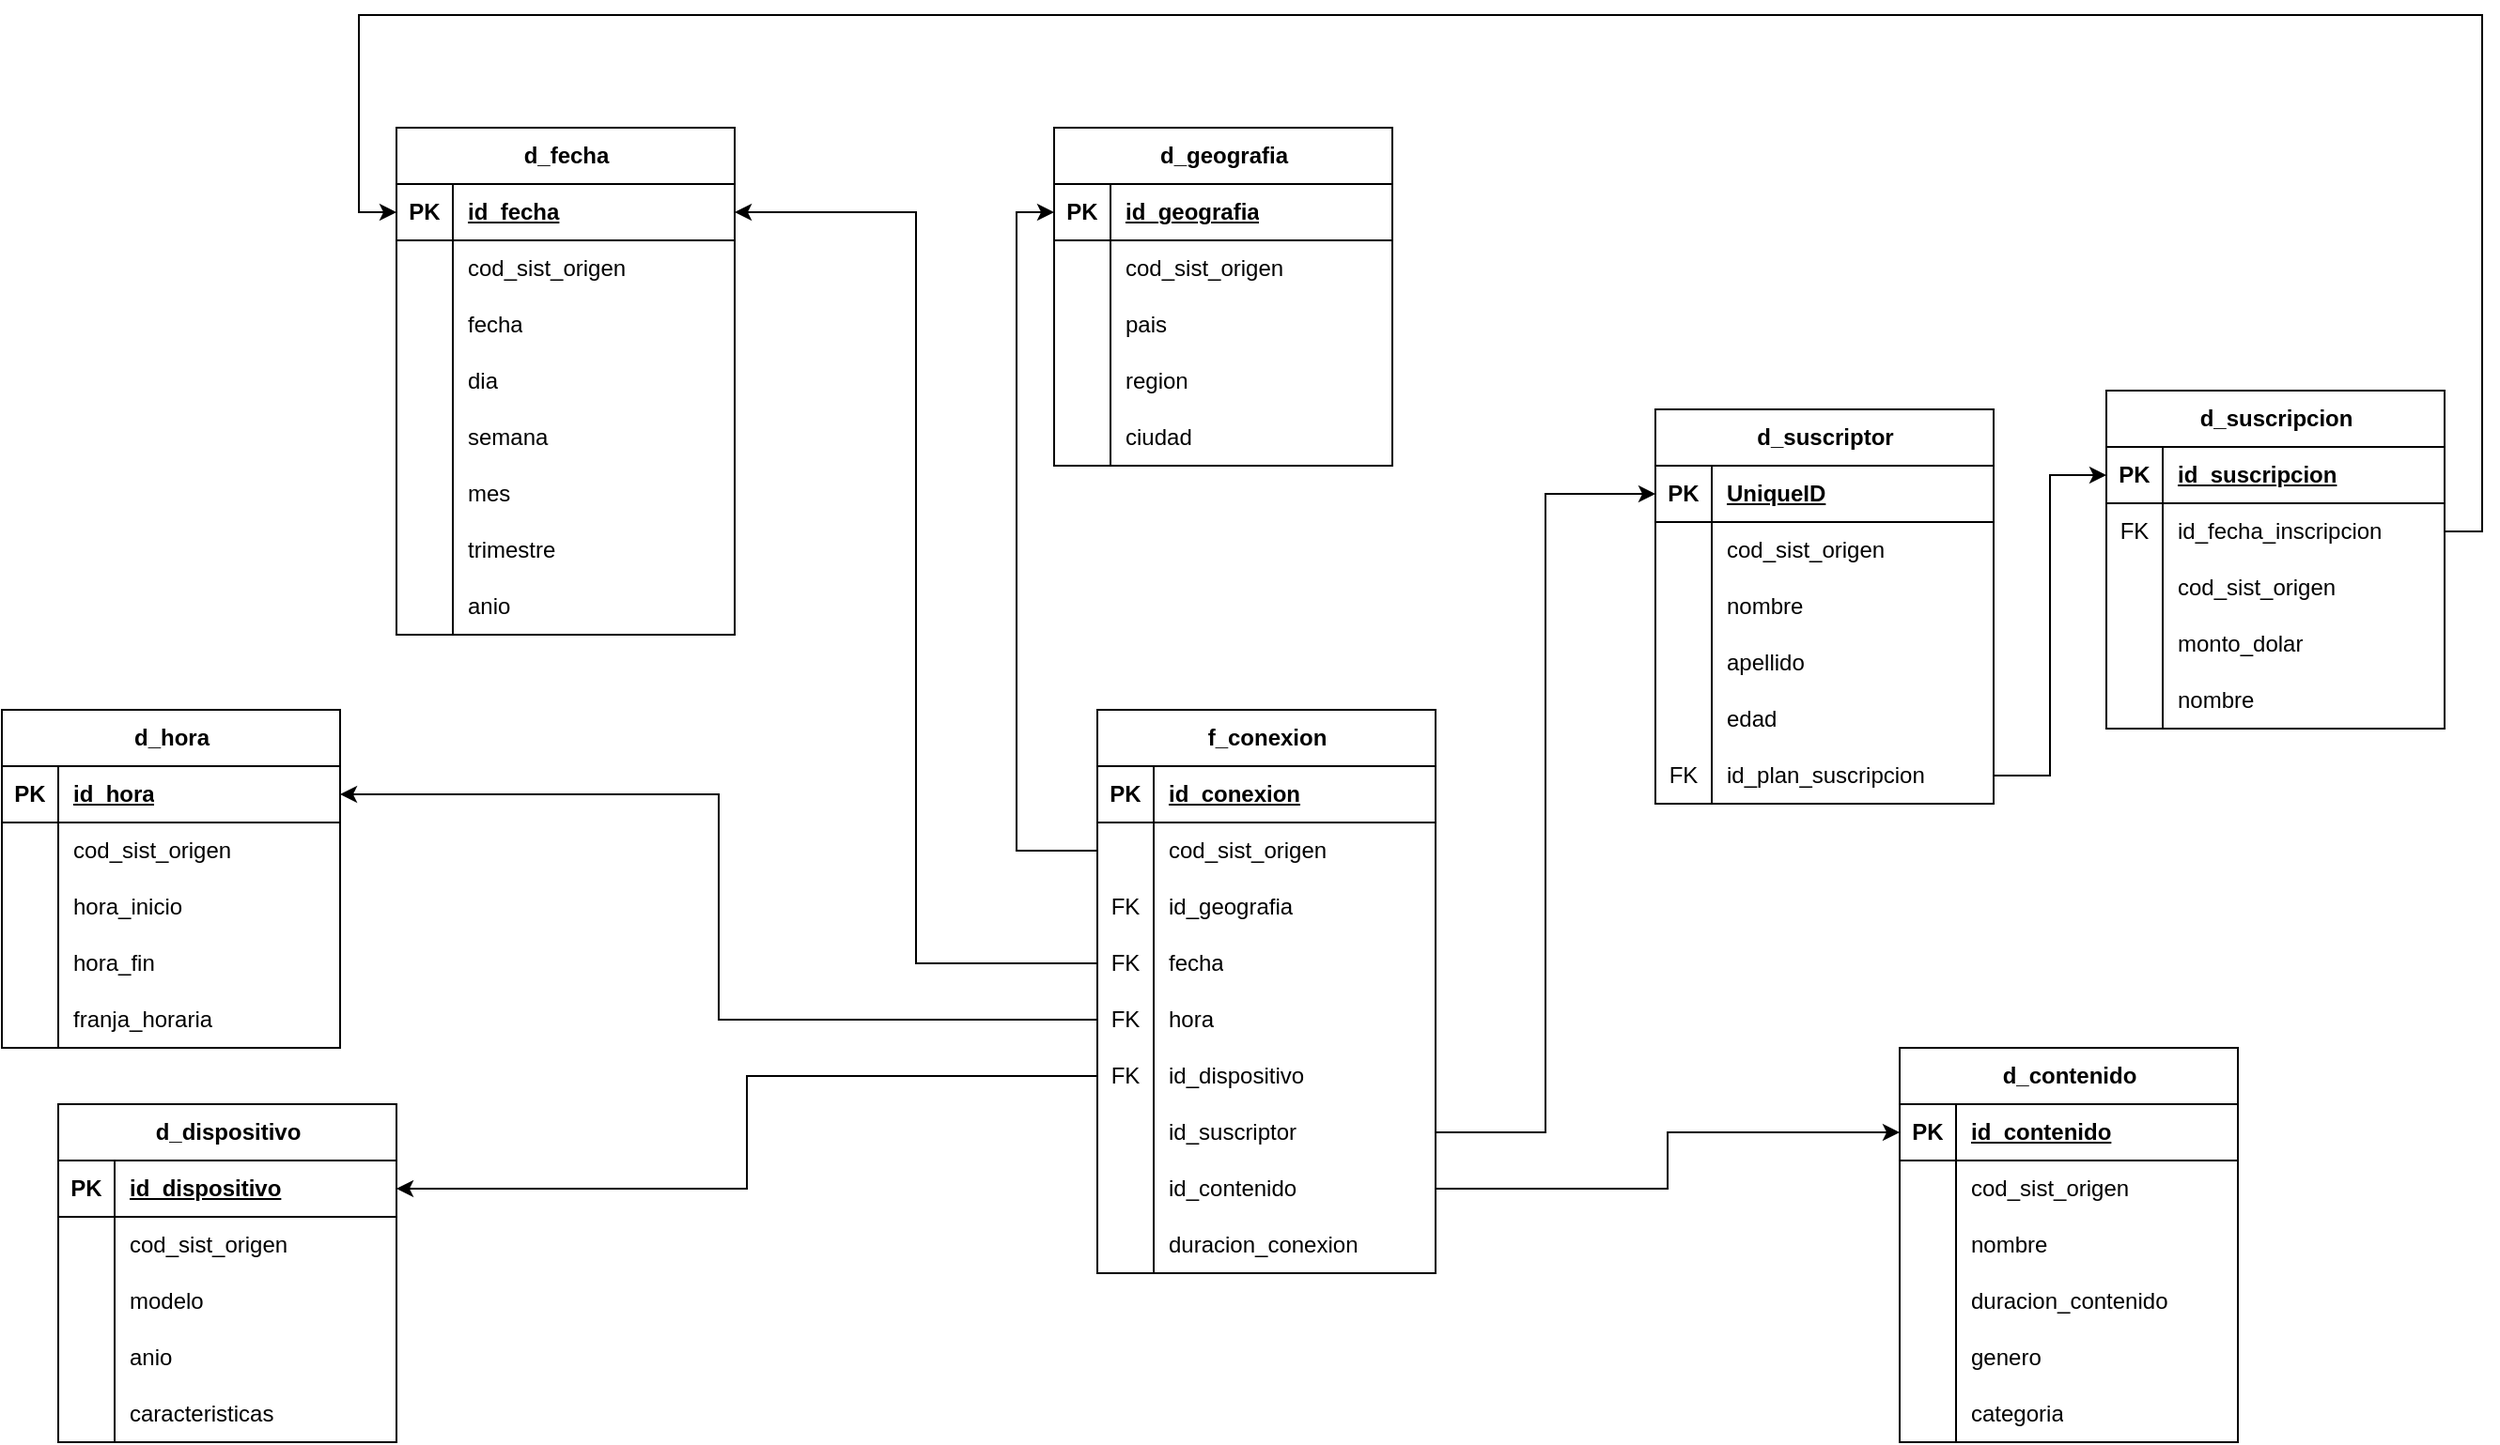
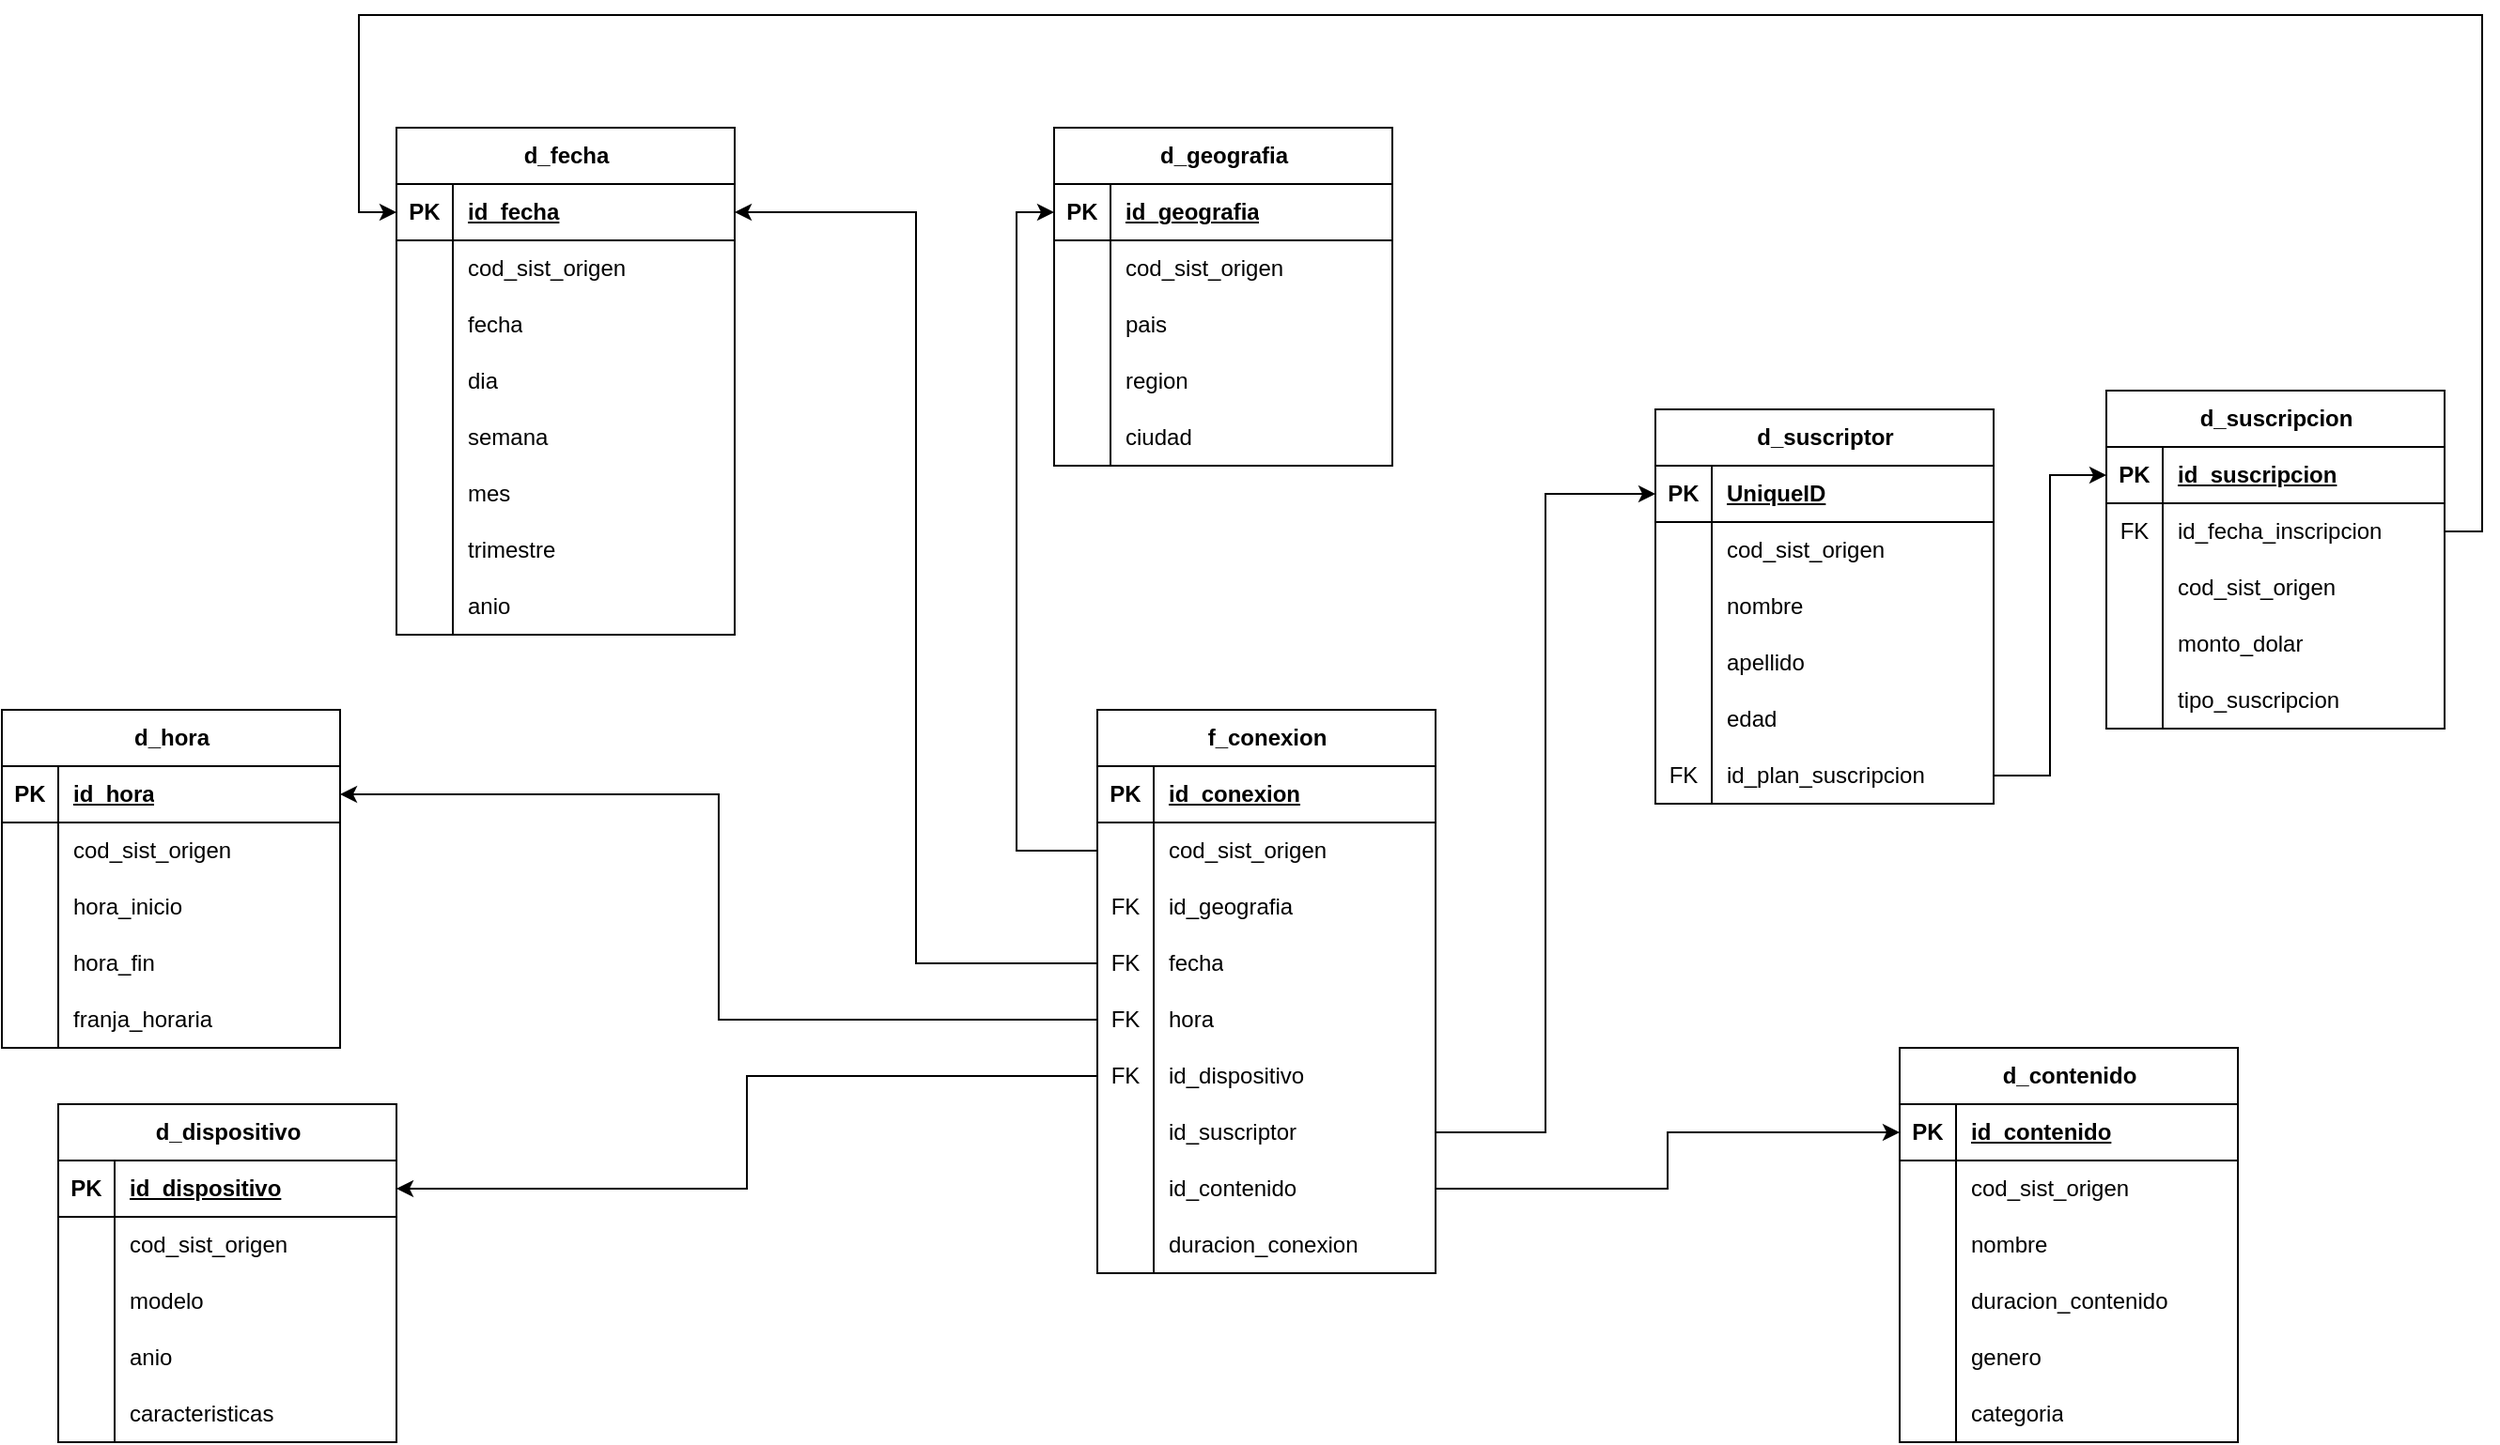
<mxfile host="app.diagrams.net">
  <diagram name="Página-1" id="CJSrgQ3mgTWEq4AmTGNy">
    <mxGraphModel dx="2311" dy="1884" grid="1" gridSize="10" guides="1" tooltips="1" connect="1" arrows="1" fold="1" page="1" pageScale="1" pageWidth="827" pageHeight="1169" math="0" shadow="0">
      <root>
        <mxCell id="0" />
        <mxCell id="1" parent="0" />
        <mxCell id="_npB_olXc3t6ZuDcXEgX-1" parent="1" style="shape=table;startSize=30;container=1;collapsible=1;childLayout=tableLayout;fixedRows=1;rowLines=0;fontStyle=1;align=center;resizeLast=1;html=1;" value="d_geografia" vertex="1">
          <mxGeometry height="180" width="180" x="390" y="-280" as="geometry" />
        </mxCell>
        <mxCell id="_npB_olXc3t6ZuDcXEgX-2" parent="_npB_olXc3t6ZuDcXEgX-1" style="shape=tableRow;horizontal=0;startSize=0;swimlaneHead=0;swimlaneBody=0;fillColor=none;collapsible=0;dropTarget=0;points=[[0,0.5],[1,0.5]];portConstraint=eastwest;top=0;left=0;right=0;bottom=1;" value="" vertex="1">
          <mxGeometry height="30" width="180" y="30" as="geometry" />
        </mxCell>
        <mxCell id="_npB_olXc3t6ZuDcXEgX-3" parent="_npB_olXc3t6ZuDcXEgX-2" style="shape=partialRectangle;connectable=0;fillColor=none;top=0;left=0;bottom=0;right=0;fontStyle=1;overflow=hidden;whiteSpace=wrap;html=1;" value="PK" vertex="1">
          <mxGeometry height="30" width="30" as="geometry">
            <mxRectangle height="30" width="30" as="alternateBounds" />
          </mxGeometry>
        </mxCell>
        <mxCell id="_npB_olXc3t6ZuDcXEgX-4" parent="_npB_olXc3t6ZuDcXEgX-2" style="shape=partialRectangle;connectable=0;fillColor=none;top=0;left=0;bottom=0;right=0;align=left;spacingLeft=6;fontStyle=5;overflow=hidden;whiteSpace=wrap;html=1;" value="id_geografia" vertex="1">
          <mxGeometry height="30" width="150" x="30" as="geometry">
            <mxRectangle height="30" width="150" as="alternateBounds" />
          </mxGeometry>
        </mxCell>
        <mxCell id="_npB_olXc3t6ZuDcXEgX-5" parent="_npB_olXc3t6ZuDcXEgX-1" style="shape=tableRow;horizontal=0;startSize=0;swimlaneHead=0;swimlaneBody=0;fillColor=none;collapsible=0;dropTarget=0;points=[[0,0.5],[1,0.5]];portConstraint=eastwest;top=0;left=0;right=0;bottom=0;" value="" vertex="1">
          <mxGeometry height="30" width="180" y="60" as="geometry" />
        </mxCell>
        <mxCell id="_npB_olXc3t6ZuDcXEgX-6" parent="_npB_olXc3t6ZuDcXEgX-5" style="shape=partialRectangle;connectable=0;fillColor=none;top=0;left=0;bottom=0;right=0;editable=1;overflow=hidden;whiteSpace=wrap;html=1;" value="" vertex="1">
          <mxGeometry height="30" width="30" as="geometry">
            <mxRectangle height="30" width="30" as="alternateBounds" />
          </mxGeometry>
        </mxCell>
        <mxCell id="_npB_olXc3t6ZuDcXEgX-7" parent="_npB_olXc3t6ZuDcXEgX-5" style="shape=partialRectangle;connectable=0;fillColor=none;top=0;left=0;bottom=0;right=0;align=left;spacingLeft=6;overflow=hidden;whiteSpace=wrap;html=1;" value="cod_sist_origen" vertex="1">
          <mxGeometry height="30" width="150" x="30" as="geometry">
            <mxRectangle height="30" width="150" as="alternateBounds" />
          </mxGeometry>
        </mxCell>
        <mxCell id="cPr3DCjvWUAbPxRIG4sF-52" parent="_npB_olXc3t6ZuDcXEgX-1" style="shape=tableRow;horizontal=0;startSize=0;swimlaneHead=0;swimlaneBody=0;fillColor=none;collapsible=0;dropTarget=0;points=[[0,0.5],[1,0.5]];portConstraint=eastwest;top=0;left=0;right=0;bottom=0;" value="" vertex="1">
          <mxGeometry height="30" width="180" y="90" as="geometry" />
        </mxCell>
        <mxCell id="cPr3DCjvWUAbPxRIG4sF-53" parent="cPr3DCjvWUAbPxRIG4sF-52" style="shape=partialRectangle;connectable=0;fillColor=none;top=0;left=0;bottom=0;right=0;editable=1;overflow=hidden;whiteSpace=wrap;html=1;" value="" vertex="1">
          <mxGeometry height="30" width="30" as="geometry">
            <mxRectangle height="30" width="30" as="alternateBounds" />
          </mxGeometry>
        </mxCell>
        <mxCell id="cPr3DCjvWUAbPxRIG4sF-54" parent="cPr3DCjvWUAbPxRIG4sF-52" style="shape=partialRectangle;connectable=0;fillColor=none;top=0;left=0;bottom=0;right=0;align=left;spacingLeft=6;overflow=hidden;whiteSpace=wrap;html=1;" value="pais" vertex="1">
          <mxGeometry height="30" width="150" x="30" as="geometry">
            <mxRectangle height="30" width="150" as="alternateBounds" />
          </mxGeometry>
        </mxCell>
        <mxCell id="_npB_olXc3t6ZuDcXEgX-8" parent="_npB_olXc3t6ZuDcXEgX-1" style="shape=tableRow;horizontal=0;startSize=0;swimlaneHead=0;swimlaneBody=0;fillColor=none;collapsible=0;dropTarget=0;points=[[0,0.5],[1,0.5]];portConstraint=eastwest;top=0;left=0;right=0;bottom=0;" value="" vertex="1">
          <mxGeometry height="30" width="180" y="120" as="geometry" />
        </mxCell>
        <mxCell id="_npB_olXc3t6ZuDcXEgX-9" parent="_npB_olXc3t6ZuDcXEgX-8" style="shape=partialRectangle;connectable=0;fillColor=none;top=0;left=0;bottom=0;right=0;editable=1;overflow=hidden;whiteSpace=wrap;html=1;" value="" vertex="1">
          <mxGeometry height="30" width="30" as="geometry">
            <mxRectangle height="30" width="30" as="alternateBounds" />
          </mxGeometry>
        </mxCell>
        <mxCell id="_npB_olXc3t6ZuDcXEgX-10" parent="_npB_olXc3t6ZuDcXEgX-8" style="shape=partialRectangle;connectable=0;fillColor=none;top=0;left=0;bottom=0;right=0;align=left;spacingLeft=6;overflow=hidden;whiteSpace=wrap;html=1;" value="region" vertex="1">
          <mxGeometry height="30" width="150" x="30" as="geometry">
            <mxRectangle height="30" width="150" as="alternateBounds" />
          </mxGeometry>
        </mxCell>
        <mxCell id="_npB_olXc3t6ZuDcXEgX-11" parent="_npB_olXc3t6ZuDcXEgX-1" style="shape=tableRow;horizontal=0;startSize=0;swimlaneHead=0;swimlaneBody=0;fillColor=none;collapsible=0;dropTarget=0;points=[[0,0.5],[1,0.5]];portConstraint=eastwest;top=0;left=0;right=0;bottom=0;" value="" vertex="1">
          <mxGeometry height="30" width="180" y="150" as="geometry" />
        </mxCell>
        <mxCell id="_npB_olXc3t6ZuDcXEgX-12" parent="_npB_olXc3t6ZuDcXEgX-11" style="shape=partialRectangle;connectable=0;fillColor=none;top=0;left=0;bottom=0;right=0;editable=1;overflow=hidden;whiteSpace=wrap;html=1;" value="" vertex="1">
          <mxGeometry height="30" width="30" as="geometry">
            <mxRectangle height="30" width="30" as="alternateBounds" />
          </mxGeometry>
        </mxCell>
        <mxCell id="_npB_olXc3t6ZuDcXEgX-13" parent="_npB_olXc3t6ZuDcXEgX-11" style="shape=partialRectangle;connectable=0;fillColor=none;top=0;left=0;bottom=0;right=0;align=left;spacingLeft=6;overflow=hidden;whiteSpace=wrap;html=1;" value="ciudad" vertex="1">
          <mxGeometry height="30" width="150" x="30" as="geometry">
            <mxRectangle height="30" width="150" as="alternateBounds" />
          </mxGeometry>
        </mxCell>
        <mxCell id="_npB_olXc3t6ZuDcXEgX-40" parent="1" style="shape=table;startSize=30;container=1;collapsible=1;childLayout=tableLayout;fixedRows=1;rowLines=0;fontStyle=1;align=center;resizeLast=1;html=1;" value="f_conexion" vertex="1">
          <mxGeometry height="300" width="180" x="413" y="30" as="geometry" />
        </mxCell>
        <mxCell id="_npB_olXc3t6ZuDcXEgX-41" parent="_npB_olXc3t6ZuDcXEgX-40" style="shape=tableRow;horizontal=0;startSize=0;swimlaneHead=0;swimlaneBody=0;fillColor=none;collapsible=0;dropTarget=0;points=[[0,0.5],[1,0.5]];portConstraint=eastwest;top=0;left=0;right=0;bottom=1;" value="" vertex="1">
          <mxGeometry height="30" width="180" y="30" as="geometry" />
        </mxCell>
        <mxCell id="_npB_olXc3t6ZuDcXEgX-42" parent="_npB_olXc3t6ZuDcXEgX-41" style="shape=partialRectangle;connectable=0;fillColor=none;top=0;left=0;bottom=0;right=0;fontStyle=1;overflow=hidden;whiteSpace=wrap;html=1;" value="PK" vertex="1">
          <mxGeometry height="30" width="30" as="geometry">
            <mxRectangle height="30" width="30" as="alternateBounds" />
          </mxGeometry>
        </mxCell>
        <mxCell id="_npB_olXc3t6ZuDcXEgX-43" parent="_npB_olXc3t6ZuDcXEgX-41" style="shape=partialRectangle;connectable=0;fillColor=none;top=0;left=0;bottom=0;right=0;align=left;spacingLeft=6;fontStyle=5;overflow=hidden;whiteSpace=wrap;html=1;" value="id_conexion" vertex="1">
          <mxGeometry height="30" width="150" x="30" as="geometry">
            <mxRectangle height="30" width="150" as="alternateBounds" />
          </mxGeometry>
        </mxCell>
        <mxCell id="_npB_olXc3t6ZuDcXEgX-44" parent="_npB_olXc3t6ZuDcXEgX-40" style="shape=tableRow;horizontal=0;startSize=0;swimlaneHead=0;swimlaneBody=0;fillColor=none;collapsible=0;dropTarget=0;points=[[0,0.5],[1,0.5]];portConstraint=eastwest;top=0;left=0;right=0;bottom=0;" value="" vertex="1">
          <mxGeometry height="30" width="180" y="60" as="geometry" />
        </mxCell>
        <mxCell id="_npB_olXc3t6ZuDcXEgX-45" parent="_npB_olXc3t6ZuDcXEgX-44" style="shape=partialRectangle;connectable=0;fillColor=none;top=0;left=0;bottom=0;right=0;editable=1;overflow=hidden;whiteSpace=wrap;html=1;" value="" vertex="1">
          <mxGeometry height="30" width="30" as="geometry">
            <mxRectangle height="30" width="30" as="alternateBounds" />
          </mxGeometry>
        </mxCell>
        <mxCell id="_npB_olXc3t6ZuDcXEgX-46" parent="_npB_olXc3t6ZuDcXEgX-44" style="shape=partialRectangle;connectable=0;fillColor=none;top=0;left=0;bottom=0;right=0;align=left;spacingLeft=6;overflow=hidden;whiteSpace=wrap;html=1;" value="cod_sist_origen" vertex="1">
          <mxGeometry height="30" width="150" x="30" as="geometry">
            <mxRectangle height="30" width="150" as="alternateBounds" />
          </mxGeometry>
        </mxCell>
        <mxCell id="cPr3DCjvWUAbPxRIG4sF-43" parent="_npB_olXc3t6ZuDcXEgX-40" style="shape=tableRow;horizontal=0;startSize=0;swimlaneHead=0;swimlaneBody=0;fillColor=none;collapsible=0;dropTarget=0;points=[[0,0.5],[1,0.5]];portConstraint=eastwest;top=0;left=0;right=0;bottom=0;" value="" vertex="1">
          <mxGeometry height="30" width="180" y="90" as="geometry" />
        </mxCell>
        <mxCell id="cPr3DCjvWUAbPxRIG4sF-44" parent="cPr3DCjvWUAbPxRIG4sF-43" style="shape=partialRectangle;connectable=0;fillColor=none;top=0;left=0;bottom=0;right=0;editable=1;overflow=hidden;whiteSpace=wrap;html=1;" value="FK" vertex="1">
          <mxGeometry height="30" width="30" as="geometry">
            <mxRectangle height="30" width="30" as="alternateBounds" />
          </mxGeometry>
        </mxCell>
        <mxCell id="cPr3DCjvWUAbPxRIG4sF-45" parent="cPr3DCjvWUAbPxRIG4sF-43" style="shape=partialRectangle;connectable=0;fillColor=none;top=0;left=0;bottom=0;right=0;align=left;spacingLeft=6;overflow=hidden;whiteSpace=wrap;html=1;" value="id_geografia" vertex="1">
          <mxGeometry height="30" width="150" x="30" as="geometry">
            <mxRectangle height="30" width="150" as="alternateBounds" />
          </mxGeometry>
        </mxCell>
        <mxCell id="cPr3DCjvWUAbPxRIG4sF-4" parent="_npB_olXc3t6ZuDcXEgX-40" style="shape=tableRow;horizontal=0;startSize=0;swimlaneHead=0;swimlaneBody=0;fillColor=none;collapsible=0;dropTarget=0;points=[[0,0.5],[1,0.5]];portConstraint=eastwest;top=0;left=0;right=0;bottom=0;" value="" vertex="1">
          <mxGeometry height="30" width="180" y="120" as="geometry" />
        </mxCell>
        <mxCell id="cPr3DCjvWUAbPxRIG4sF-5" parent="cPr3DCjvWUAbPxRIG4sF-4" style="shape=partialRectangle;connectable=0;fillColor=none;top=0;left=0;bottom=0;right=0;editable=1;overflow=hidden;whiteSpace=wrap;html=1;" value="FK" vertex="1">
          <mxGeometry height="30" width="30" as="geometry">
            <mxRectangle height="30" width="30" as="alternateBounds" />
          </mxGeometry>
        </mxCell>
        <mxCell id="cPr3DCjvWUAbPxRIG4sF-6" parent="cPr3DCjvWUAbPxRIG4sF-4" style="shape=partialRectangle;connectable=0;fillColor=none;top=0;left=0;bottom=0;right=0;align=left;spacingLeft=6;overflow=hidden;whiteSpace=wrap;html=1;" value="fecha" vertex="1">
          <mxGeometry height="30" width="150" x="30" as="geometry">
            <mxRectangle height="30" width="150" as="alternateBounds" />
          </mxGeometry>
        </mxCell>
        <mxCell id="_npB_olXc3t6ZuDcXEgX-47" parent="_npB_olXc3t6ZuDcXEgX-40" style="shape=tableRow;horizontal=0;startSize=0;swimlaneHead=0;swimlaneBody=0;fillColor=none;collapsible=0;dropTarget=0;points=[[0,0.5],[1,0.5]];portConstraint=eastwest;top=0;left=0;right=0;bottom=0;" value="" vertex="1">
          <mxGeometry height="30" width="180" y="150" as="geometry" />
        </mxCell>
        <mxCell id="_npB_olXc3t6ZuDcXEgX-48" parent="_npB_olXc3t6ZuDcXEgX-47" style="shape=partialRectangle;connectable=0;fillColor=none;top=0;left=0;bottom=0;right=0;editable=1;overflow=hidden;whiteSpace=wrap;html=1;" value="FK" vertex="1">
          <mxGeometry height="30" width="30" as="geometry">
            <mxRectangle height="30" width="30" as="alternateBounds" />
          </mxGeometry>
        </mxCell>
        <mxCell id="_npB_olXc3t6ZuDcXEgX-49" parent="_npB_olXc3t6ZuDcXEgX-47" style="shape=partialRectangle;connectable=0;fillColor=none;top=0;left=0;bottom=0;right=0;align=left;spacingLeft=6;overflow=hidden;whiteSpace=wrap;html=1;" value="hora" vertex="1">
          <mxGeometry height="30" width="150" x="30" as="geometry">
            <mxRectangle height="30" width="150" as="alternateBounds" />
          </mxGeometry>
        </mxCell>
        <mxCell id="-aOfcUVNLtPOQzGA6vKT-48" parent="_npB_olXc3t6ZuDcXEgX-40" style="shape=tableRow;horizontal=0;startSize=0;swimlaneHead=0;swimlaneBody=0;fillColor=none;collapsible=0;dropTarget=0;points=[[0,0.5],[1,0.5]];portConstraint=eastwest;top=0;left=0;right=0;bottom=0;" value="" vertex="1">
          <mxGeometry height="30" width="180" y="180" as="geometry" />
        </mxCell>
        <mxCell id="-aOfcUVNLtPOQzGA6vKT-49" parent="-aOfcUVNLtPOQzGA6vKT-48" style="shape=partialRectangle;connectable=0;fillColor=none;top=0;left=0;bottom=0;right=0;editable=1;overflow=hidden;whiteSpace=wrap;html=1;" value="FK" vertex="1">
          <mxGeometry height="30" width="30" as="geometry">
            <mxRectangle height="30" width="30" as="alternateBounds" />
          </mxGeometry>
        </mxCell>
        <mxCell id="-aOfcUVNLtPOQzGA6vKT-50" parent="-aOfcUVNLtPOQzGA6vKT-48" style="shape=partialRectangle;connectable=0;fillColor=none;top=0;left=0;bottom=0;right=0;align=left;spacingLeft=6;overflow=hidden;whiteSpace=wrap;html=1;" value="id_dispositivo" vertex="1">
          <mxGeometry height="30" width="150" x="30" as="geometry">
            <mxRectangle height="30" width="150" as="alternateBounds" />
          </mxGeometry>
        </mxCell>
        <mxCell id="-aOfcUVNLtPOQzGA6vKT-31" parent="_npB_olXc3t6ZuDcXEgX-40" style="shape=tableRow;horizontal=0;startSize=0;swimlaneHead=0;swimlaneBody=0;fillColor=none;collapsible=0;dropTarget=0;points=[[0,0.5],[1,0.5]];portConstraint=eastwest;top=0;left=0;right=0;bottom=0;" value="" vertex="1">
          <mxGeometry height="30" width="180" y="210" as="geometry" />
        </mxCell>
        <mxCell id="-aOfcUVNLtPOQzGA6vKT-32" parent="-aOfcUVNLtPOQzGA6vKT-31" style="shape=partialRectangle;connectable=0;fillColor=none;top=0;left=0;bottom=0;right=0;editable=1;overflow=hidden;whiteSpace=wrap;html=1;" value="" vertex="1">
          <mxGeometry height="30" width="30" as="geometry">
            <mxRectangle height="30" width="30" as="alternateBounds" />
          </mxGeometry>
        </mxCell>
        <mxCell id="-aOfcUVNLtPOQzGA6vKT-33" parent="-aOfcUVNLtPOQzGA6vKT-31" style="shape=partialRectangle;connectable=0;fillColor=none;top=0;left=0;bottom=0;right=0;align=left;spacingLeft=6;overflow=hidden;whiteSpace=wrap;html=1;" value="id_suscriptor" vertex="1">
          <mxGeometry height="30" width="150" x="30" as="geometry">
            <mxRectangle height="30" width="150" as="alternateBounds" />
          </mxGeometry>
        </mxCell>
        <mxCell id="cPr3DCjvWUAbPxRIG4sF-8" parent="_npB_olXc3t6ZuDcXEgX-40" style="shape=tableRow;horizontal=0;startSize=0;swimlaneHead=0;swimlaneBody=0;fillColor=none;collapsible=0;dropTarget=0;points=[[0,0.5],[1,0.5]];portConstraint=eastwest;top=0;left=0;right=0;bottom=0;" value="" vertex="1">
          <mxGeometry height="30" width="180" y="240" as="geometry" />
        </mxCell>
        <mxCell id="cPr3DCjvWUAbPxRIG4sF-9" parent="cPr3DCjvWUAbPxRIG4sF-8" style="shape=partialRectangle;connectable=0;fillColor=none;top=0;left=0;bottom=0;right=0;editable=1;overflow=hidden;whiteSpace=wrap;html=1;" value="" vertex="1">
          <mxGeometry height="30" width="30" as="geometry">
            <mxRectangle height="30" width="30" as="alternateBounds" />
          </mxGeometry>
        </mxCell>
        <mxCell id="cPr3DCjvWUAbPxRIG4sF-10" parent="cPr3DCjvWUAbPxRIG4sF-8" style="shape=partialRectangle;connectable=0;fillColor=none;top=0;left=0;bottom=0;right=0;align=left;spacingLeft=6;overflow=hidden;whiteSpace=wrap;html=1;" value="id_contenido" vertex="1">
          <mxGeometry height="30" width="150" x="30" as="geometry">
            <mxRectangle height="30" width="150" as="alternateBounds" />
          </mxGeometry>
        </mxCell>
        <mxCell id="cPr3DCjvWUAbPxRIG4sF-30" parent="_npB_olXc3t6ZuDcXEgX-40" style="shape=tableRow;horizontal=0;startSize=0;swimlaneHead=0;swimlaneBody=0;fillColor=none;collapsible=0;dropTarget=0;points=[[0,0.5],[1,0.5]];portConstraint=eastwest;top=0;left=0;right=0;bottom=0;" value="" vertex="1">
          <mxGeometry height="30" width="180" y="270" as="geometry" />
        </mxCell>
        <mxCell id="cPr3DCjvWUAbPxRIG4sF-31" parent="cPr3DCjvWUAbPxRIG4sF-30" style="shape=partialRectangle;connectable=0;fillColor=none;top=0;left=0;bottom=0;right=0;editable=1;overflow=hidden;whiteSpace=wrap;html=1;" value="" vertex="1">
          <mxGeometry height="30" width="30" as="geometry">
            <mxRectangle height="30" width="30" as="alternateBounds" />
          </mxGeometry>
        </mxCell>
        <mxCell id="cPr3DCjvWUAbPxRIG4sF-32" parent="cPr3DCjvWUAbPxRIG4sF-30" style="shape=partialRectangle;connectable=0;fillColor=none;top=0;left=0;bottom=0;right=0;align=left;spacingLeft=6;overflow=hidden;whiteSpace=wrap;html=1;" value="duracion_conexion" vertex="1">
          <mxGeometry height="30" width="150" x="30" as="geometry">
            <mxRectangle height="30" width="150" as="alternateBounds" />
          </mxGeometry>
        </mxCell>
        <mxCell id="_npB_olXc3t6ZuDcXEgX-53" parent="1" style="shape=table;startSize=30;container=1;collapsible=1;childLayout=tableLayout;fixedRows=1;rowLines=0;fontStyle=1;align=center;resizeLast=1;html=1;" value="d_suscriptor" vertex="1">
          <mxGeometry height="210" width="180" x="710" y="-130" as="geometry" />
        </mxCell>
        <mxCell id="_npB_olXc3t6ZuDcXEgX-54" parent="_npB_olXc3t6ZuDcXEgX-53" style="shape=tableRow;horizontal=0;startSize=0;swimlaneHead=0;swimlaneBody=0;fillColor=none;collapsible=0;dropTarget=0;points=[[0,0.5],[1,0.5]];portConstraint=eastwest;top=0;left=0;right=0;bottom=1;" value="" vertex="1">
          <mxGeometry height="30" width="180" y="30" as="geometry" />
        </mxCell>
        <mxCell id="_npB_olXc3t6ZuDcXEgX-55" parent="_npB_olXc3t6ZuDcXEgX-54" style="shape=partialRectangle;connectable=0;fillColor=none;top=0;left=0;bottom=0;right=0;fontStyle=1;overflow=hidden;whiteSpace=wrap;html=1;" value="PK" vertex="1">
          <mxGeometry height="30" width="30" as="geometry">
            <mxRectangle height="30" width="30" as="alternateBounds" />
          </mxGeometry>
        </mxCell>
        <mxCell id="_npB_olXc3t6ZuDcXEgX-56" parent="_npB_olXc3t6ZuDcXEgX-54" style="shape=partialRectangle;connectable=0;fillColor=none;top=0;left=0;bottom=0;right=0;align=left;spacingLeft=6;fontStyle=5;overflow=hidden;whiteSpace=wrap;html=1;" value="UniqueID" vertex="1">
          <mxGeometry height="30" width="150" x="30" as="geometry">
            <mxRectangle height="30" width="150" as="alternateBounds" />
          </mxGeometry>
        </mxCell>
        <mxCell id="_npB_olXc3t6ZuDcXEgX-57" parent="_npB_olXc3t6ZuDcXEgX-53" style="shape=tableRow;horizontal=0;startSize=0;swimlaneHead=0;swimlaneBody=0;fillColor=none;collapsible=0;dropTarget=0;points=[[0,0.5],[1,0.5]];portConstraint=eastwest;top=0;left=0;right=0;bottom=0;" value="" vertex="1">
          <mxGeometry height="30" width="180" y="60" as="geometry" />
        </mxCell>
        <mxCell id="_npB_olXc3t6ZuDcXEgX-58" parent="_npB_olXc3t6ZuDcXEgX-57" style="shape=partialRectangle;connectable=0;fillColor=none;top=0;left=0;bottom=0;right=0;editable=1;overflow=hidden;whiteSpace=wrap;html=1;" value="" vertex="1">
          <mxGeometry height="30" width="30" as="geometry">
            <mxRectangle height="30" width="30" as="alternateBounds" />
          </mxGeometry>
        </mxCell>
        <mxCell id="_npB_olXc3t6ZuDcXEgX-59" parent="_npB_olXc3t6ZuDcXEgX-57" style="shape=partialRectangle;connectable=0;fillColor=none;top=0;left=0;bottom=0;right=0;align=left;spacingLeft=6;overflow=hidden;whiteSpace=wrap;html=1;" value="cod_sist_origen" vertex="1">
          <mxGeometry height="30" width="150" x="30" as="geometry">
            <mxRectangle height="30" width="150" as="alternateBounds" />
          </mxGeometry>
        </mxCell>
        <mxCell id="cPr3DCjvWUAbPxRIG4sF-46" parent="_npB_olXc3t6ZuDcXEgX-53" style="shape=tableRow;horizontal=0;startSize=0;swimlaneHead=0;swimlaneBody=0;fillColor=none;collapsible=0;dropTarget=0;points=[[0,0.5],[1,0.5]];portConstraint=eastwest;top=0;left=0;right=0;bottom=0;" value="" vertex="1">
          <mxGeometry height="30" width="180" y="90" as="geometry" />
        </mxCell>
        <mxCell id="cPr3DCjvWUAbPxRIG4sF-47" parent="cPr3DCjvWUAbPxRIG4sF-46" style="shape=partialRectangle;connectable=0;fillColor=none;top=0;left=0;bottom=0;right=0;editable=1;overflow=hidden;whiteSpace=wrap;html=1;" value="" vertex="1">
          <mxGeometry height="30" width="30" as="geometry">
            <mxRectangle height="30" width="30" as="alternateBounds" />
          </mxGeometry>
        </mxCell>
        <mxCell id="cPr3DCjvWUAbPxRIG4sF-48" parent="cPr3DCjvWUAbPxRIG4sF-46" style="shape=partialRectangle;connectable=0;fillColor=none;top=0;left=0;bottom=0;right=0;align=left;spacingLeft=6;overflow=hidden;whiteSpace=wrap;html=1;" value="nombre" vertex="1">
          <mxGeometry height="30" width="150" x="30" as="geometry">
            <mxRectangle height="30" width="150" as="alternateBounds" />
          </mxGeometry>
        </mxCell>
        <mxCell id="_npB_olXc3t6ZuDcXEgX-60" parent="_npB_olXc3t6ZuDcXEgX-53" style="shape=tableRow;horizontal=0;startSize=0;swimlaneHead=0;swimlaneBody=0;fillColor=none;collapsible=0;dropTarget=0;points=[[0,0.5],[1,0.5]];portConstraint=eastwest;top=0;left=0;right=0;bottom=0;" value="" vertex="1">
          <mxGeometry height="30" width="180" y="120" as="geometry" />
        </mxCell>
        <mxCell id="_npB_olXc3t6ZuDcXEgX-61" parent="_npB_olXc3t6ZuDcXEgX-60" style="shape=partialRectangle;connectable=0;fillColor=none;top=0;left=0;bottom=0;right=0;editable=1;overflow=hidden;whiteSpace=wrap;html=1;" value="" vertex="1">
          <mxGeometry height="30" width="30" as="geometry">
            <mxRectangle height="30" width="30" as="alternateBounds" />
          </mxGeometry>
        </mxCell>
        <mxCell id="_npB_olXc3t6ZuDcXEgX-62" parent="_npB_olXc3t6ZuDcXEgX-60" style="shape=partialRectangle;connectable=0;fillColor=none;top=0;left=0;bottom=0;right=0;align=left;spacingLeft=6;overflow=hidden;whiteSpace=wrap;html=1;" value="apellido" vertex="1">
          <mxGeometry height="30" width="150" x="30" as="geometry">
            <mxRectangle height="30" width="150" as="alternateBounds" />
          </mxGeometry>
        </mxCell>
        <mxCell id="_npB_olXc3t6ZuDcXEgX-63" parent="_npB_olXc3t6ZuDcXEgX-53" style="shape=tableRow;horizontal=0;startSize=0;swimlaneHead=0;swimlaneBody=0;fillColor=none;collapsible=0;dropTarget=0;points=[[0,0.5],[1,0.5]];portConstraint=eastwest;top=0;left=0;right=0;bottom=0;" value="" vertex="1">
          <mxGeometry height="30" width="180" y="150" as="geometry" />
        </mxCell>
        <mxCell id="_npB_olXc3t6ZuDcXEgX-64" parent="_npB_olXc3t6ZuDcXEgX-63" style="shape=partialRectangle;connectable=0;fillColor=none;top=0;left=0;bottom=0;right=0;editable=1;overflow=hidden;whiteSpace=wrap;html=1;" value="" vertex="1">
          <mxGeometry height="30" width="30" as="geometry">
            <mxRectangle height="30" width="30" as="alternateBounds" />
          </mxGeometry>
        </mxCell>
        <mxCell id="_npB_olXc3t6ZuDcXEgX-65" parent="_npB_olXc3t6ZuDcXEgX-63" style="shape=partialRectangle;connectable=0;fillColor=none;top=0;left=0;bottom=0;right=0;align=left;spacingLeft=6;overflow=hidden;whiteSpace=wrap;html=1;" value="edad" vertex="1">
          <mxGeometry height="30" width="150" x="30" as="geometry">
            <mxRectangle height="30" width="150" as="alternateBounds" />
          </mxGeometry>
        </mxCell>
        <mxCell id="-aOfcUVNLtPOQzGA6vKT-22" parent="_npB_olXc3t6ZuDcXEgX-53" style="shape=tableRow;horizontal=0;startSize=0;swimlaneHead=0;swimlaneBody=0;fillColor=none;collapsible=0;dropTarget=0;points=[[0,0.5],[1,0.5]];portConstraint=eastwest;top=0;left=0;right=0;bottom=0;" value="" vertex="1">
          <mxGeometry height="30" width="180" y="180" as="geometry" />
        </mxCell>
        <mxCell id="-aOfcUVNLtPOQzGA6vKT-23" parent="-aOfcUVNLtPOQzGA6vKT-22" style="shape=partialRectangle;connectable=0;fillColor=none;top=0;left=0;bottom=0;right=0;editable=1;overflow=hidden;whiteSpace=wrap;html=1;" value="FK" vertex="1">
          <mxGeometry height="30" width="30" as="geometry">
            <mxRectangle height="30" width="30" as="alternateBounds" />
          </mxGeometry>
        </mxCell>
        <mxCell id="-aOfcUVNLtPOQzGA6vKT-24" parent="-aOfcUVNLtPOQzGA6vKT-22" style="shape=partialRectangle;connectable=0;fillColor=none;top=0;left=0;bottom=0;right=0;align=left;spacingLeft=6;overflow=hidden;whiteSpace=wrap;html=1;" value="id_plan_suscripcion" vertex="1">
          <mxGeometry height="30" width="150" x="30" as="geometry">
            <mxRectangle height="30" width="150" as="alternateBounds" />
          </mxGeometry>
        </mxCell>
        <mxCell id="_npB_olXc3t6ZuDcXEgX-66" parent="1" style="shape=table;startSize=30;container=1;collapsible=1;childLayout=tableLayout;fixedRows=1;rowLines=0;fontStyle=1;align=center;resizeLast=1;html=1;" value="d_dispositivo" vertex="1">
          <mxGeometry height="180" width="180" x="-140" y="240" as="geometry" />
        </mxCell>
        <mxCell id="_npB_olXc3t6ZuDcXEgX-67" parent="_npB_olXc3t6ZuDcXEgX-66" style="shape=tableRow;horizontal=0;startSize=0;swimlaneHead=0;swimlaneBody=0;fillColor=none;collapsible=0;dropTarget=0;points=[[0,0.5],[1,0.5]];portConstraint=eastwest;top=0;left=0;right=0;bottom=1;" value="" vertex="1">
          <mxGeometry height="30" width="180" y="30" as="geometry" />
        </mxCell>
        <mxCell id="_npB_olXc3t6ZuDcXEgX-68" parent="_npB_olXc3t6ZuDcXEgX-67" style="shape=partialRectangle;connectable=0;fillColor=none;top=0;left=0;bottom=0;right=0;fontStyle=1;overflow=hidden;whiteSpace=wrap;html=1;" value="PK" vertex="1">
          <mxGeometry height="30" width="30" as="geometry">
            <mxRectangle height="30" width="30" as="alternateBounds" />
          </mxGeometry>
        </mxCell>
        <mxCell id="_npB_olXc3t6ZuDcXEgX-69" parent="_npB_olXc3t6ZuDcXEgX-67" style="shape=partialRectangle;connectable=0;fillColor=none;top=0;left=0;bottom=0;right=0;align=left;spacingLeft=6;fontStyle=5;overflow=hidden;whiteSpace=wrap;html=1;" value="id_dispositivo" vertex="1">
          <mxGeometry height="30" width="150" x="30" as="geometry">
            <mxRectangle height="30" width="150" as="alternateBounds" />
          </mxGeometry>
        </mxCell>
        <mxCell id="_npB_olXc3t6ZuDcXEgX-70" parent="_npB_olXc3t6ZuDcXEgX-66" style="shape=tableRow;horizontal=0;startSize=0;swimlaneHead=0;swimlaneBody=0;fillColor=none;collapsible=0;dropTarget=0;points=[[0,0.5],[1,0.5]];portConstraint=eastwest;top=0;left=0;right=0;bottom=0;" value="" vertex="1">
          <mxGeometry height="30" width="180" y="60" as="geometry" />
        </mxCell>
        <mxCell id="_npB_olXc3t6ZuDcXEgX-71" parent="_npB_olXc3t6ZuDcXEgX-70" style="shape=partialRectangle;connectable=0;fillColor=none;top=0;left=0;bottom=0;right=0;editable=1;overflow=hidden;whiteSpace=wrap;html=1;" value="" vertex="1">
          <mxGeometry height="30" width="30" as="geometry">
            <mxRectangle height="30" width="30" as="alternateBounds" />
          </mxGeometry>
        </mxCell>
        <mxCell id="_npB_olXc3t6ZuDcXEgX-72" parent="_npB_olXc3t6ZuDcXEgX-70" style="shape=partialRectangle;connectable=0;fillColor=none;top=0;left=0;bottom=0;right=0;align=left;spacingLeft=6;overflow=hidden;whiteSpace=wrap;html=1;" value="cod_sist_origen" vertex="1">
          <mxGeometry height="30" width="150" x="30" as="geometry">
            <mxRectangle height="30" width="150" as="alternateBounds" />
          </mxGeometry>
        </mxCell>
        <mxCell id="cPr3DCjvWUAbPxRIG4sF-61" parent="_npB_olXc3t6ZuDcXEgX-66" style="shape=tableRow;horizontal=0;startSize=0;swimlaneHead=0;swimlaneBody=0;fillColor=none;collapsible=0;dropTarget=0;points=[[0,0.5],[1,0.5]];portConstraint=eastwest;top=0;left=0;right=0;bottom=0;" value="" vertex="1">
          <mxGeometry height="30" width="180" y="90" as="geometry" />
        </mxCell>
        <mxCell id="cPr3DCjvWUAbPxRIG4sF-62" parent="cPr3DCjvWUAbPxRIG4sF-61" style="shape=partialRectangle;connectable=0;fillColor=none;top=0;left=0;bottom=0;right=0;editable=1;overflow=hidden;whiteSpace=wrap;html=1;" value="" vertex="1">
          <mxGeometry height="30" width="30" as="geometry">
            <mxRectangle height="30" width="30" as="alternateBounds" />
          </mxGeometry>
        </mxCell>
        <mxCell id="cPr3DCjvWUAbPxRIG4sF-63" parent="cPr3DCjvWUAbPxRIG4sF-61" style="shape=partialRectangle;connectable=0;fillColor=none;top=0;left=0;bottom=0;right=0;align=left;spacingLeft=6;overflow=hidden;whiteSpace=wrap;html=1;" value="modelo" vertex="1">
          <mxGeometry height="30" width="150" x="30" as="geometry">
            <mxRectangle height="30" width="150" as="alternateBounds" />
          </mxGeometry>
        </mxCell>
        <mxCell id="_npB_olXc3t6ZuDcXEgX-73" parent="_npB_olXc3t6ZuDcXEgX-66" style="shape=tableRow;horizontal=0;startSize=0;swimlaneHead=0;swimlaneBody=0;fillColor=none;collapsible=0;dropTarget=0;points=[[0,0.5],[1,0.5]];portConstraint=eastwest;top=0;left=0;right=0;bottom=0;" value="" vertex="1">
          <mxGeometry height="30" width="180" y="120" as="geometry" />
        </mxCell>
        <mxCell id="_npB_olXc3t6ZuDcXEgX-74" parent="_npB_olXc3t6ZuDcXEgX-73" style="shape=partialRectangle;connectable=0;fillColor=none;top=0;left=0;bottom=0;right=0;editable=1;overflow=hidden;whiteSpace=wrap;html=1;" value="" vertex="1">
          <mxGeometry height="30" width="30" as="geometry">
            <mxRectangle height="30" width="30" as="alternateBounds" />
          </mxGeometry>
        </mxCell>
        <mxCell id="_npB_olXc3t6ZuDcXEgX-75" parent="_npB_olXc3t6ZuDcXEgX-73" style="shape=partialRectangle;connectable=0;fillColor=none;top=0;left=0;bottom=0;right=0;align=left;spacingLeft=6;overflow=hidden;whiteSpace=wrap;html=1;" value="anio" vertex="1">
          <mxGeometry height="30" width="150" x="30" as="geometry">
            <mxRectangle height="30" width="150" as="alternateBounds" />
          </mxGeometry>
        </mxCell>
        <mxCell id="_npB_olXc3t6ZuDcXEgX-76" parent="_npB_olXc3t6ZuDcXEgX-66" style="shape=tableRow;horizontal=0;startSize=0;swimlaneHead=0;swimlaneBody=0;fillColor=none;collapsible=0;dropTarget=0;points=[[0,0.5],[1,0.5]];portConstraint=eastwest;top=0;left=0;right=0;bottom=0;" value="" vertex="1">
          <mxGeometry height="30" width="180" y="150" as="geometry" />
        </mxCell>
        <mxCell id="_npB_olXc3t6ZuDcXEgX-77" parent="_npB_olXc3t6ZuDcXEgX-76" style="shape=partialRectangle;connectable=0;fillColor=none;top=0;left=0;bottom=0;right=0;editable=1;overflow=hidden;whiteSpace=wrap;html=1;" value="" vertex="1">
          <mxGeometry height="30" width="30" as="geometry">
            <mxRectangle height="30" width="30" as="alternateBounds" />
          </mxGeometry>
        </mxCell>
        <mxCell id="_npB_olXc3t6ZuDcXEgX-78" parent="_npB_olXc3t6ZuDcXEgX-76" style="shape=partialRectangle;connectable=0;fillColor=none;top=0;left=0;bottom=0;right=0;align=left;spacingLeft=6;overflow=hidden;whiteSpace=wrap;html=1;" value="caracteristicas" vertex="1">
          <mxGeometry height="30" width="150" x="30" as="geometry">
            <mxRectangle height="30" width="150" as="alternateBounds" />
          </mxGeometry>
        </mxCell>
        <mxCell id="_npB_olXc3t6ZuDcXEgX-79" parent="1" style="shape=table;startSize=30;container=1;collapsible=1;childLayout=tableLayout;fixedRows=1;rowLines=0;fontStyle=1;align=center;resizeLast=1;html=1;" value="d_contenido" vertex="1">
          <mxGeometry height="210" width="180" x="840" y="210" as="geometry" />
        </mxCell>
        <mxCell id="_npB_olXc3t6ZuDcXEgX-80" parent="_npB_olXc3t6ZuDcXEgX-79" style="shape=tableRow;horizontal=0;startSize=0;swimlaneHead=0;swimlaneBody=0;fillColor=none;collapsible=0;dropTarget=0;points=[[0,0.5],[1,0.5]];portConstraint=eastwest;top=0;left=0;right=0;bottom=1;" value="" vertex="1">
          <mxGeometry height="30" width="180" y="30" as="geometry" />
        </mxCell>
        <mxCell id="_npB_olXc3t6ZuDcXEgX-81" parent="_npB_olXc3t6ZuDcXEgX-80" style="shape=partialRectangle;connectable=0;fillColor=none;top=0;left=0;bottom=0;right=0;fontStyle=1;overflow=hidden;whiteSpace=wrap;html=1;" value="PK" vertex="1">
          <mxGeometry height="30" width="30" as="geometry">
            <mxRectangle height="30" width="30" as="alternateBounds" />
          </mxGeometry>
        </mxCell>
        <mxCell id="_npB_olXc3t6ZuDcXEgX-82" parent="_npB_olXc3t6ZuDcXEgX-80" style="shape=partialRectangle;connectable=0;fillColor=none;top=0;left=0;bottom=0;right=0;align=left;spacingLeft=6;fontStyle=5;overflow=hidden;whiteSpace=wrap;html=1;" value="id_contenido" vertex="1">
          <mxGeometry height="30" width="150" x="30" as="geometry">
            <mxRectangle height="30" width="150" as="alternateBounds" />
          </mxGeometry>
        </mxCell>
        <mxCell id="_npB_olXc3t6ZuDcXEgX-86" parent="_npB_olXc3t6ZuDcXEgX-79" style="shape=tableRow;horizontal=0;startSize=0;swimlaneHead=0;swimlaneBody=0;fillColor=none;collapsible=0;dropTarget=0;points=[[0,0.5],[1,0.5]];portConstraint=eastwest;top=0;left=0;right=0;bottom=0;" value="" vertex="1">
          <mxGeometry height="30" width="180" y="60" as="geometry" />
        </mxCell>
        <mxCell id="_npB_olXc3t6ZuDcXEgX-87" parent="_npB_olXc3t6ZuDcXEgX-86" style="shape=partialRectangle;connectable=0;fillColor=none;top=0;left=0;bottom=0;right=0;editable=1;overflow=hidden;whiteSpace=wrap;html=1;" value="" vertex="1">
          <mxGeometry height="30" width="30" as="geometry">
            <mxRectangle height="30" width="30" as="alternateBounds" />
          </mxGeometry>
        </mxCell>
        <mxCell id="_npB_olXc3t6ZuDcXEgX-88" parent="_npB_olXc3t6ZuDcXEgX-86" style="shape=partialRectangle;connectable=0;fillColor=none;top=0;left=0;bottom=0;right=0;align=left;spacingLeft=6;overflow=hidden;whiteSpace=wrap;html=1;" value="cod_sist_origen" vertex="1">
          <mxGeometry height="30" width="150" x="30" as="geometry">
            <mxRectangle height="30" width="150" as="alternateBounds" />
          </mxGeometry>
        </mxCell>
        <mxCell id="v2wwMel5NNtIVrjsRujD-1" parent="_npB_olXc3t6ZuDcXEgX-79" style="shape=tableRow;horizontal=0;startSize=0;swimlaneHead=0;swimlaneBody=0;fillColor=none;collapsible=0;dropTarget=0;points=[[0,0.5],[1,0.5]];portConstraint=eastwest;top=0;left=0;right=0;bottom=0;" value="" vertex="1">
          <mxGeometry height="30" width="180" y="90" as="geometry" />
        </mxCell>
        <mxCell id="v2wwMel5NNtIVrjsRujD-2" parent="v2wwMel5NNtIVrjsRujD-1" style="shape=partialRectangle;connectable=0;fillColor=none;top=0;left=0;bottom=0;right=0;editable=1;overflow=hidden;whiteSpace=wrap;html=1;" value="" vertex="1">
          <mxGeometry height="30" width="30" as="geometry">
            <mxRectangle height="30" width="30" as="alternateBounds" />
          </mxGeometry>
        </mxCell>
        <mxCell id="v2wwMel5NNtIVrjsRujD-3" parent="v2wwMel5NNtIVrjsRujD-1" style="shape=partialRectangle;connectable=0;fillColor=none;top=0;left=0;bottom=0;right=0;align=left;spacingLeft=6;overflow=hidden;whiteSpace=wrap;html=1;" value="nombre" vertex="1">
          <mxGeometry height="30" width="150" x="30" as="geometry">
            <mxRectangle height="30" width="150" as="alternateBounds" />
          </mxGeometry>
        </mxCell>
        <mxCell id="cPr3DCjvWUAbPxRIG4sF-49" parent="_npB_olXc3t6ZuDcXEgX-79" style="shape=tableRow;horizontal=0;startSize=0;swimlaneHead=0;swimlaneBody=0;fillColor=none;collapsible=0;dropTarget=0;points=[[0,0.5],[1,0.5]];portConstraint=eastwest;top=0;left=0;right=0;bottom=0;" value="" vertex="1">
          <mxGeometry height="30" width="180" y="120" as="geometry" />
        </mxCell>
        <mxCell id="cPr3DCjvWUAbPxRIG4sF-50" parent="cPr3DCjvWUAbPxRIG4sF-49" style="shape=partialRectangle;connectable=0;fillColor=none;top=0;left=0;bottom=0;right=0;editable=1;overflow=hidden;whiteSpace=wrap;html=1;" value="" vertex="1">
          <mxGeometry height="30" width="30" as="geometry">
            <mxRectangle height="30" width="30" as="alternateBounds" />
          </mxGeometry>
        </mxCell>
        <mxCell id="cPr3DCjvWUAbPxRIG4sF-51" parent="cPr3DCjvWUAbPxRIG4sF-49" style="shape=partialRectangle;connectable=0;fillColor=none;top=0;left=0;bottom=0;right=0;align=left;spacingLeft=6;overflow=hidden;whiteSpace=wrap;html=1;" value="duracion_contenido" vertex="1">
          <mxGeometry height="30" width="150" x="30" as="geometry">
            <mxRectangle height="30" width="150" as="alternateBounds" />
          </mxGeometry>
        </mxCell>
        <mxCell id="_npB_olXc3t6ZuDcXEgX-89" parent="_npB_olXc3t6ZuDcXEgX-79" style="shape=tableRow;horizontal=0;startSize=0;swimlaneHead=0;swimlaneBody=0;fillColor=none;collapsible=0;dropTarget=0;points=[[0,0.5],[1,0.5]];portConstraint=eastwest;top=0;left=0;right=0;bottom=0;" value="" vertex="1">
          <mxGeometry height="30" width="180" y="150" as="geometry" />
        </mxCell>
        <mxCell id="_npB_olXc3t6ZuDcXEgX-90" parent="_npB_olXc3t6ZuDcXEgX-89" style="shape=partialRectangle;connectable=0;fillColor=none;top=0;left=0;bottom=0;right=0;editable=1;overflow=hidden;whiteSpace=wrap;html=1;" value="" vertex="1">
          <mxGeometry height="30" width="30" as="geometry">
            <mxRectangle height="30" width="30" as="alternateBounds" />
          </mxGeometry>
        </mxCell>
        <mxCell id="_npB_olXc3t6ZuDcXEgX-91" parent="_npB_olXc3t6ZuDcXEgX-89" style="shape=partialRectangle;connectable=0;fillColor=none;top=0;left=0;bottom=0;right=0;align=left;spacingLeft=6;overflow=hidden;whiteSpace=wrap;html=1;" value="genero" vertex="1">
          <mxGeometry height="30" width="150" x="30" as="geometry">
            <mxRectangle height="30" width="150" as="alternateBounds" />
          </mxGeometry>
        </mxCell>
        <mxCell id="cPr3DCjvWUAbPxRIG4sF-12" parent="_npB_olXc3t6ZuDcXEgX-79" style="shape=tableRow;horizontal=0;startSize=0;swimlaneHead=0;swimlaneBody=0;fillColor=none;collapsible=0;dropTarget=0;points=[[0,0.5],[1,0.5]];portConstraint=eastwest;top=0;left=0;right=0;bottom=0;" value="" vertex="1">
          <mxGeometry height="30" width="180" y="180" as="geometry" />
        </mxCell>
        <mxCell id="cPr3DCjvWUAbPxRIG4sF-13" parent="cPr3DCjvWUAbPxRIG4sF-12" style="shape=partialRectangle;connectable=0;fillColor=none;top=0;left=0;bottom=0;right=0;editable=1;overflow=hidden;whiteSpace=wrap;html=1;" value="" vertex="1">
          <mxGeometry height="30" width="30" as="geometry">
            <mxRectangle height="30" width="30" as="alternateBounds" />
          </mxGeometry>
        </mxCell>
        <mxCell id="cPr3DCjvWUAbPxRIG4sF-14" parent="cPr3DCjvWUAbPxRIG4sF-12" style="shape=partialRectangle;connectable=0;fillColor=none;top=0;left=0;bottom=0;right=0;align=left;spacingLeft=6;overflow=hidden;whiteSpace=wrap;html=1;" value="categoria" vertex="1">
          <mxGeometry height="30" width="150" x="30" as="geometry">
            <mxRectangle height="30" width="150" as="alternateBounds" />
          </mxGeometry>
        </mxCell>
        <mxCell id="_npB_olXc3t6ZuDcXEgX-14" parent="1" style="shape=table;startSize=30;container=1;collapsible=1;childLayout=tableLayout;fixedRows=1;rowLines=0;fontStyle=1;align=center;resizeLast=1;html=1;" value="d_fecha" vertex="1">
          <mxGeometry height="270" width="180" x="40" y="-280" as="geometry" />
        </mxCell>
        <mxCell id="_npB_olXc3t6ZuDcXEgX-15" parent="_npB_olXc3t6ZuDcXEgX-14" style="shape=tableRow;horizontal=0;startSize=0;swimlaneHead=0;swimlaneBody=0;fillColor=none;collapsible=0;dropTarget=0;points=[[0,0.5],[1,0.5]];portConstraint=eastwest;top=0;left=0;right=0;bottom=1;" value="" vertex="1">
          <mxGeometry height="30" width="180" y="30" as="geometry" />
        </mxCell>
        <mxCell id="_npB_olXc3t6ZuDcXEgX-16" parent="_npB_olXc3t6ZuDcXEgX-15" style="shape=partialRectangle;connectable=0;fillColor=none;top=0;left=0;bottom=0;right=0;fontStyle=1;overflow=hidden;whiteSpace=wrap;html=1;" value="PK" vertex="1">
          <mxGeometry height="30" width="30" as="geometry">
            <mxRectangle height="30" width="30" as="alternateBounds" />
          </mxGeometry>
        </mxCell>
        <mxCell id="_npB_olXc3t6ZuDcXEgX-17" parent="_npB_olXc3t6ZuDcXEgX-15" style="shape=partialRectangle;connectable=0;fillColor=none;top=0;left=0;bottom=0;right=0;align=left;spacingLeft=6;fontStyle=5;overflow=hidden;whiteSpace=wrap;html=1;" value="id_fecha" vertex="1">
          <mxGeometry height="30" width="150" x="30" as="geometry">
            <mxRectangle height="30" width="150" as="alternateBounds" />
          </mxGeometry>
        </mxCell>
        <mxCell id="_npB_olXc3t6ZuDcXEgX-18" parent="_npB_olXc3t6ZuDcXEgX-14" style="shape=tableRow;horizontal=0;startSize=0;swimlaneHead=0;swimlaneBody=0;fillColor=none;collapsible=0;dropTarget=0;points=[[0,0.5],[1,0.5]];portConstraint=eastwest;top=0;left=0;right=0;bottom=0;" value="" vertex="1">
          <mxGeometry height="30" width="180" y="60" as="geometry" />
        </mxCell>
        <mxCell id="_npB_olXc3t6ZuDcXEgX-19" parent="_npB_olXc3t6ZuDcXEgX-18" style="shape=partialRectangle;connectable=0;fillColor=none;top=0;left=0;bottom=0;right=0;editable=1;overflow=hidden;whiteSpace=wrap;html=1;" value="" vertex="1">
          <mxGeometry height="30" width="30" as="geometry">
            <mxRectangle height="30" width="30" as="alternateBounds" />
          </mxGeometry>
        </mxCell>
        <mxCell id="_npB_olXc3t6ZuDcXEgX-20" parent="_npB_olXc3t6ZuDcXEgX-18" style="shape=partialRectangle;connectable=0;fillColor=none;top=0;left=0;bottom=0;right=0;align=left;spacingLeft=6;overflow=hidden;whiteSpace=wrap;html=1;" value="cod_sist_origen" vertex="1">
          <mxGeometry height="30" width="150" x="30" as="geometry">
            <mxRectangle height="30" width="150" as="alternateBounds" />
          </mxGeometry>
        </mxCell>
        <mxCell id="cPr3DCjvWUAbPxRIG4sF-55" parent="_npB_olXc3t6ZuDcXEgX-14" style="shape=tableRow;horizontal=0;startSize=0;swimlaneHead=0;swimlaneBody=0;fillColor=none;collapsible=0;dropTarget=0;points=[[0,0.5],[1,0.5]];portConstraint=eastwest;top=0;left=0;right=0;bottom=0;" value="" vertex="1">
          <mxGeometry height="30" width="180" y="90" as="geometry" />
        </mxCell>
        <mxCell id="cPr3DCjvWUAbPxRIG4sF-56" parent="cPr3DCjvWUAbPxRIG4sF-55" style="shape=partialRectangle;connectable=0;fillColor=none;top=0;left=0;bottom=0;right=0;editable=1;overflow=hidden;whiteSpace=wrap;html=1;" value="" vertex="1">
          <mxGeometry height="30" width="30" as="geometry">
            <mxRectangle height="30" width="30" as="alternateBounds" />
          </mxGeometry>
        </mxCell>
        <mxCell id="cPr3DCjvWUAbPxRIG4sF-57" parent="cPr3DCjvWUAbPxRIG4sF-55" style="shape=partialRectangle;connectable=0;fillColor=none;top=0;left=0;bottom=0;right=0;align=left;spacingLeft=6;overflow=hidden;whiteSpace=wrap;html=1;" value="fecha" vertex="1">
          <mxGeometry height="30" width="150" x="30" as="geometry">
            <mxRectangle height="30" width="150" as="alternateBounds" />
          </mxGeometry>
        </mxCell>
        <mxCell id="-aOfcUVNLtPOQzGA6vKT-13" parent="_npB_olXc3t6ZuDcXEgX-14" style="shape=tableRow;horizontal=0;startSize=0;swimlaneHead=0;swimlaneBody=0;fillColor=none;collapsible=0;dropTarget=0;points=[[0,0.5],[1,0.5]];portConstraint=eastwest;top=0;left=0;right=0;bottom=0;" value="" vertex="1">
          <mxGeometry height="30" width="180" y="120" as="geometry" />
        </mxCell>
        <mxCell id="-aOfcUVNLtPOQzGA6vKT-14" parent="-aOfcUVNLtPOQzGA6vKT-13" style="shape=partialRectangle;connectable=0;fillColor=none;top=0;left=0;bottom=0;right=0;editable=1;overflow=hidden;whiteSpace=wrap;html=1;" value="" vertex="1">
          <mxGeometry height="30" width="30" as="geometry">
            <mxRectangle height="30" width="30" as="alternateBounds" />
          </mxGeometry>
        </mxCell>
        <mxCell id="-aOfcUVNLtPOQzGA6vKT-15" parent="-aOfcUVNLtPOQzGA6vKT-13" style="shape=partialRectangle;connectable=0;fillColor=none;top=0;left=0;bottom=0;right=0;align=left;spacingLeft=6;overflow=hidden;whiteSpace=wrap;html=1;" value="dia" vertex="1">
          <mxGeometry height="30" width="150" x="30" as="geometry">
            <mxRectangle height="30" width="150" as="alternateBounds" />
          </mxGeometry>
        </mxCell>
        <mxCell id="_npB_olXc3t6ZuDcXEgX-21" parent="_npB_olXc3t6ZuDcXEgX-14" style="shape=tableRow;horizontal=0;startSize=0;swimlaneHead=0;swimlaneBody=0;fillColor=none;collapsible=0;dropTarget=0;points=[[0,0.5],[1,0.5]];portConstraint=eastwest;top=0;left=0;right=0;bottom=0;" value="" vertex="1">
          <mxGeometry height="30" width="180" y="150" as="geometry" />
        </mxCell>
        <mxCell id="_npB_olXc3t6ZuDcXEgX-22" parent="_npB_olXc3t6ZuDcXEgX-21" style="shape=partialRectangle;connectable=0;fillColor=none;top=0;left=0;bottom=0;right=0;editable=1;overflow=hidden;whiteSpace=wrap;html=1;" value="" vertex="1">
          <mxGeometry height="30" width="30" as="geometry">
            <mxRectangle height="30" width="30" as="alternateBounds" />
          </mxGeometry>
        </mxCell>
        <mxCell id="_npB_olXc3t6ZuDcXEgX-23" parent="_npB_olXc3t6ZuDcXEgX-21" style="shape=partialRectangle;connectable=0;fillColor=none;top=0;left=0;bottom=0;right=0;align=left;spacingLeft=6;overflow=hidden;whiteSpace=wrap;html=1;" value="semana" vertex="1">
          <mxGeometry height="30" width="150" x="30" as="geometry">
            <mxRectangle height="30" width="150" as="alternateBounds" />
          </mxGeometry>
        </mxCell>
        <mxCell id="-aOfcUVNLtPOQzGA6vKT-7" parent="_npB_olXc3t6ZuDcXEgX-14" style="shape=tableRow;horizontal=0;startSize=0;swimlaneHead=0;swimlaneBody=0;fillColor=none;collapsible=0;dropTarget=0;points=[[0,0.5],[1,0.5]];portConstraint=eastwest;top=0;left=0;right=0;bottom=0;" value="" vertex="1">
          <mxGeometry height="30" width="180" y="180" as="geometry" />
        </mxCell>
        <mxCell id="-aOfcUVNLtPOQzGA6vKT-8" parent="-aOfcUVNLtPOQzGA6vKT-7" style="shape=partialRectangle;connectable=0;fillColor=none;top=0;left=0;bottom=0;right=0;editable=1;overflow=hidden;whiteSpace=wrap;html=1;" value="&lt;span style=&quot;white-space: pre;&quot;&gt;&#x9;&lt;/span&gt;&lt;span style=&quot;white-space: pre;&quot;&gt;&#x9;&lt;/span&gt;" vertex="1">
          <mxGeometry height="30" width="30" as="geometry">
            <mxRectangle height="30" width="30" as="alternateBounds" />
          </mxGeometry>
        </mxCell>
        <mxCell id="-aOfcUVNLtPOQzGA6vKT-9" parent="-aOfcUVNLtPOQzGA6vKT-7" style="shape=partialRectangle;connectable=0;fillColor=none;top=0;left=0;bottom=0;right=0;align=left;spacingLeft=6;overflow=hidden;whiteSpace=wrap;html=1;" value="mes" vertex="1">
          <mxGeometry height="30" width="150" x="30" as="geometry">
            <mxRectangle height="30" width="150" as="alternateBounds" />
          </mxGeometry>
        </mxCell>
        <mxCell id="_npB_olXc3t6ZuDcXEgX-24" parent="_npB_olXc3t6ZuDcXEgX-14" style="shape=tableRow;horizontal=0;startSize=0;swimlaneHead=0;swimlaneBody=0;fillColor=none;collapsible=0;dropTarget=0;points=[[0,0.5],[1,0.5]];portConstraint=eastwest;top=0;left=0;right=0;bottom=0;" value="" vertex="1">
          <mxGeometry height="30" width="180" y="210" as="geometry" />
        </mxCell>
        <mxCell id="_npB_olXc3t6ZuDcXEgX-25" parent="_npB_olXc3t6ZuDcXEgX-24" style="shape=partialRectangle;connectable=0;fillColor=none;top=0;left=0;bottom=0;right=0;editable=1;overflow=hidden;whiteSpace=wrap;html=1;" value="" vertex="1">
          <mxGeometry height="30" width="30" as="geometry">
            <mxRectangle height="30" width="30" as="alternateBounds" />
          </mxGeometry>
        </mxCell>
        <mxCell id="_npB_olXc3t6ZuDcXEgX-26" parent="_npB_olXc3t6ZuDcXEgX-24" style="shape=partialRectangle;connectable=0;fillColor=none;top=0;left=0;bottom=0;right=0;align=left;spacingLeft=6;overflow=hidden;whiteSpace=wrap;html=1;" value="trimestre" vertex="1">
          <mxGeometry height="30" width="150" x="30" as="geometry">
            <mxRectangle height="30" width="150" as="alternateBounds" />
          </mxGeometry>
        </mxCell>
        <mxCell id="-aOfcUVNLtPOQzGA6vKT-10" parent="_npB_olXc3t6ZuDcXEgX-14" style="shape=tableRow;horizontal=0;startSize=0;swimlaneHead=0;swimlaneBody=0;fillColor=none;collapsible=0;dropTarget=0;points=[[0,0.5],[1,0.5]];portConstraint=eastwest;top=0;left=0;right=0;bottom=0;" value="" vertex="1">
          <mxGeometry height="30" width="180" y="240" as="geometry" />
        </mxCell>
        <mxCell id="-aOfcUVNLtPOQzGA6vKT-11" parent="-aOfcUVNLtPOQzGA6vKT-10" style="shape=partialRectangle;connectable=0;fillColor=none;top=0;left=0;bottom=0;right=0;editable=1;overflow=hidden;whiteSpace=wrap;html=1;" value="" vertex="1">
          <mxGeometry height="30" width="30" as="geometry">
            <mxRectangle height="30" width="30" as="alternateBounds" />
          </mxGeometry>
        </mxCell>
        <mxCell id="-aOfcUVNLtPOQzGA6vKT-12" parent="-aOfcUVNLtPOQzGA6vKT-10" style="shape=partialRectangle;connectable=0;fillColor=none;top=0;left=0;bottom=0;right=0;align=left;spacingLeft=6;overflow=hidden;whiteSpace=wrap;html=1;" value="anio" vertex="1">
          <mxGeometry height="30" width="150" x="30" as="geometry">
            <mxRectangle height="30" width="150" as="alternateBounds" />
          </mxGeometry>
        </mxCell>
        <mxCell id="-aOfcUVNLtPOQzGA6vKT-34" edge="1" parent="1" source="-aOfcUVNLtPOQzGA6vKT-31" style="edgeStyle=orthogonalEdgeStyle;rounded=0;orthogonalLoop=1;jettySize=auto;html=1;exitX=1;exitY=0.5;exitDx=0;exitDy=0;entryX=0;entryY=0.5;entryDx=0;entryDy=0;" target="_npB_olXc3t6ZuDcXEgX-54">
          <mxGeometry relative="1" as="geometry" />
        </mxCell>
        <mxCell id="cPr3DCjvWUAbPxRIG4sF-1" edge="1" parent="1" source="cPr3DCjvWUAbPxRIG4sF-4" style="edgeStyle=orthogonalEdgeStyle;rounded=0;orthogonalLoop=1;jettySize=auto;html=1;exitX=0;exitY=0.5;exitDx=0;exitDy=0;entryX=1;entryY=0.5;entryDx=0;entryDy=0;" target="_npB_olXc3t6ZuDcXEgX-15">
          <mxGeometry relative="1" as="geometry" />
        </mxCell>
        <mxCell id="cPr3DCjvWUAbPxRIG4sF-3" edge="1" parent="1" source="-aOfcUVNLtPOQzGA6vKT-48" style="edgeStyle=orthogonalEdgeStyle;rounded=0;orthogonalLoop=1;jettySize=auto;html=1;exitX=0;exitY=0.5;exitDx=0;exitDy=0;entryX=1;entryY=0.5;entryDx=0;entryDy=0;" target="_npB_olXc3t6ZuDcXEgX-67">
          <mxGeometry relative="1" as="geometry" />
        </mxCell>
        <mxCell id="cPr3DCjvWUAbPxRIG4sF-7" edge="1" parent="1" source="_npB_olXc3t6ZuDcXEgX-44" style="edgeStyle=orthogonalEdgeStyle;rounded=0;orthogonalLoop=1;jettySize=auto;html=1;exitX=0;exitY=0.5;exitDx=0;exitDy=0;entryX=0;entryY=0.5;entryDx=0;entryDy=0;" target="_npB_olXc3t6ZuDcXEgX-2">
          <mxGeometry relative="1" as="geometry" />
        </mxCell>
        <mxCell id="cPr3DCjvWUAbPxRIG4sF-15" edge="1" parent="1" source="cPr3DCjvWUAbPxRIG4sF-8" style="edgeStyle=orthogonalEdgeStyle;rounded=0;orthogonalLoop=1;jettySize=auto;html=1;exitX=1;exitY=0.5;exitDx=0;exitDy=0;entryX=0;entryY=0.5;entryDx=0;entryDy=0;" target="_npB_olXc3t6ZuDcXEgX-80">
          <mxGeometry relative="1" as="geometry" />
        </mxCell>
        <mxCell id="cPr3DCjvWUAbPxRIG4sF-16" parent="1" style="shape=table;startSize=30;container=1;collapsible=1;childLayout=tableLayout;fixedRows=1;rowLines=0;fontStyle=1;align=center;resizeLast=1;html=1;" value="d_hora" vertex="1">
          <mxGeometry height="180" width="180" x="-170" y="30" as="geometry" />
        </mxCell>
        <mxCell id="cPr3DCjvWUAbPxRIG4sF-17" parent="cPr3DCjvWUAbPxRIG4sF-16" style="shape=tableRow;horizontal=0;startSize=0;swimlaneHead=0;swimlaneBody=0;fillColor=none;collapsible=0;dropTarget=0;points=[[0,0.5],[1,0.5]];portConstraint=eastwest;top=0;left=0;right=0;bottom=1;" value="" vertex="1">
          <mxGeometry height="30" width="180" y="30" as="geometry" />
        </mxCell>
        <mxCell id="cPr3DCjvWUAbPxRIG4sF-18" parent="cPr3DCjvWUAbPxRIG4sF-17" style="shape=partialRectangle;connectable=0;fillColor=none;top=0;left=0;bottom=0;right=0;fontStyle=1;overflow=hidden;whiteSpace=wrap;html=1;" value="PK" vertex="1">
          <mxGeometry height="30" width="30" as="geometry">
            <mxRectangle height="30" width="30" as="alternateBounds" />
          </mxGeometry>
        </mxCell>
        <mxCell id="cPr3DCjvWUAbPxRIG4sF-19" parent="cPr3DCjvWUAbPxRIG4sF-17" style="shape=partialRectangle;connectable=0;fillColor=none;top=0;left=0;bottom=0;right=0;align=left;spacingLeft=6;fontStyle=5;overflow=hidden;whiteSpace=wrap;html=1;" value="id_hora" vertex="1">
          <mxGeometry height="30" width="150" x="30" as="geometry">
            <mxRectangle height="30" width="150" as="alternateBounds" />
          </mxGeometry>
        </mxCell>
        <mxCell id="cPr3DCjvWUAbPxRIG4sF-20" parent="cPr3DCjvWUAbPxRIG4sF-16" style="shape=tableRow;horizontal=0;startSize=0;swimlaneHead=0;swimlaneBody=0;fillColor=none;collapsible=0;dropTarget=0;points=[[0,0.5],[1,0.5]];portConstraint=eastwest;top=0;left=0;right=0;bottom=0;" value="" vertex="1">
          <mxGeometry height="30" width="180" y="60" as="geometry" />
        </mxCell>
        <mxCell id="cPr3DCjvWUAbPxRIG4sF-21" parent="cPr3DCjvWUAbPxRIG4sF-20" style="shape=partialRectangle;connectable=0;fillColor=none;top=0;left=0;bottom=0;right=0;editable=1;overflow=hidden;whiteSpace=wrap;html=1;" value="" vertex="1">
          <mxGeometry height="30" width="30" as="geometry">
            <mxRectangle height="30" width="30" as="alternateBounds" />
          </mxGeometry>
        </mxCell>
        <mxCell id="cPr3DCjvWUAbPxRIG4sF-22" parent="cPr3DCjvWUAbPxRIG4sF-20" style="shape=partialRectangle;connectable=0;fillColor=none;top=0;left=0;bottom=0;right=0;align=left;spacingLeft=6;overflow=hidden;whiteSpace=wrap;html=1;" value="cod_sist_origen" vertex="1">
          <mxGeometry height="30" width="150" x="30" as="geometry">
            <mxRectangle height="30" width="150" as="alternateBounds" />
          </mxGeometry>
        </mxCell>
        <mxCell id="cPr3DCjvWUAbPxRIG4sF-58" parent="cPr3DCjvWUAbPxRIG4sF-16" style="shape=tableRow;horizontal=0;startSize=0;swimlaneHead=0;swimlaneBody=0;fillColor=none;collapsible=0;dropTarget=0;points=[[0,0.5],[1,0.5]];portConstraint=eastwest;top=0;left=0;right=0;bottom=0;" value="" vertex="1">
          <mxGeometry height="30" width="180" y="90" as="geometry" />
        </mxCell>
        <mxCell id="cPr3DCjvWUAbPxRIG4sF-59" parent="cPr3DCjvWUAbPxRIG4sF-58" style="shape=partialRectangle;connectable=0;fillColor=none;top=0;left=0;bottom=0;right=0;editable=1;overflow=hidden;whiteSpace=wrap;html=1;" value="" vertex="1">
          <mxGeometry height="30" width="30" as="geometry">
            <mxRectangle height="30" width="30" as="alternateBounds" />
          </mxGeometry>
        </mxCell>
        <mxCell id="cPr3DCjvWUAbPxRIG4sF-60" parent="cPr3DCjvWUAbPxRIG4sF-58" style="shape=partialRectangle;connectable=0;fillColor=none;top=0;left=0;bottom=0;right=0;align=left;spacingLeft=6;overflow=hidden;whiteSpace=wrap;html=1;" value="hora_inicio" vertex="1">
          <mxGeometry height="30" width="150" x="30" as="geometry">
            <mxRectangle height="30" width="150" as="alternateBounds" />
          </mxGeometry>
        </mxCell>
        <mxCell id="cPr3DCjvWUAbPxRIG4sF-23" parent="cPr3DCjvWUAbPxRIG4sF-16" style="shape=tableRow;horizontal=0;startSize=0;swimlaneHead=0;swimlaneBody=0;fillColor=none;collapsible=0;dropTarget=0;points=[[0,0.5],[1,0.5]];portConstraint=eastwest;top=0;left=0;right=0;bottom=0;" value="" vertex="1">
          <mxGeometry height="30" width="180" y="120" as="geometry" />
        </mxCell>
        <mxCell id="cPr3DCjvWUAbPxRIG4sF-24" parent="cPr3DCjvWUAbPxRIG4sF-23" style="shape=partialRectangle;connectable=0;fillColor=none;top=0;left=0;bottom=0;right=0;editable=1;overflow=hidden;whiteSpace=wrap;html=1;" value="" vertex="1">
          <mxGeometry height="30" width="30" as="geometry">
            <mxRectangle height="30" width="30" as="alternateBounds" />
          </mxGeometry>
        </mxCell>
        <mxCell id="cPr3DCjvWUAbPxRIG4sF-25" parent="cPr3DCjvWUAbPxRIG4sF-23" style="shape=partialRectangle;connectable=0;fillColor=none;top=0;left=0;bottom=0;right=0;align=left;spacingLeft=6;overflow=hidden;whiteSpace=wrap;html=1;" value="hora_fin" vertex="1">
          <mxGeometry height="30" width="150" x="30" as="geometry">
            <mxRectangle height="30" width="150" as="alternateBounds" />
          </mxGeometry>
        </mxCell>
        <mxCell id="cPr3DCjvWUAbPxRIG4sF-64" parent="cPr3DCjvWUAbPxRIG4sF-16" style="shape=tableRow;horizontal=0;startSize=0;swimlaneHead=0;swimlaneBody=0;fillColor=none;collapsible=0;dropTarget=0;points=[[0,0.5],[1,0.5]];portConstraint=eastwest;top=0;left=0;right=0;bottom=0;" value="" vertex="1">
          <mxGeometry height="30" width="180" y="150" as="geometry" />
        </mxCell>
        <mxCell id="cPr3DCjvWUAbPxRIG4sF-65" parent="cPr3DCjvWUAbPxRIG4sF-64" style="shape=partialRectangle;connectable=0;fillColor=none;top=0;left=0;bottom=0;right=0;editable=1;overflow=hidden;whiteSpace=wrap;html=1;" value="" vertex="1">
          <mxGeometry height="30" width="30" as="geometry">
            <mxRectangle height="30" width="30" as="alternateBounds" />
          </mxGeometry>
        </mxCell>
        <mxCell id="cPr3DCjvWUAbPxRIG4sF-66" parent="cPr3DCjvWUAbPxRIG4sF-64" style="shape=partialRectangle;connectable=0;fillColor=none;top=0;left=0;bottom=0;right=0;align=left;spacingLeft=6;overflow=hidden;whiteSpace=wrap;html=1;" value="franja_horaria" vertex="1">
          <mxGeometry height="30" width="150" x="30" as="geometry">
            <mxRectangle height="30" width="150" as="alternateBounds" />
          </mxGeometry>
        </mxCell>
        <mxCell id="cPr3DCjvWUAbPxRIG4sF-29" edge="1" parent="1" source="_npB_olXc3t6ZuDcXEgX-47" style="edgeStyle=orthogonalEdgeStyle;rounded=0;orthogonalLoop=1;jettySize=auto;html=1;exitX=0;exitY=0.5;exitDx=0;exitDy=0;entryX=1;entryY=0.5;entryDx=0;entryDy=0;" target="cPr3DCjvWUAbPxRIG4sF-17">
          <mxGeometry relative="1" as="geometry" />
        </mxCell>
        <mxCell id="AWcwqWDgbyF7cdcC-2nv-2" parent="1" style="shape=table;startSize=30;container=1;collapsible=1;childLayout=tableLayout;fixedRows=1;rowLines=0;fontStyle=1;align=center;resizeLast=1;html=1;" value="d_suscripcion" vertex="1">
          <mxGeometry height="180" width="180" x="950" y="-140" as="geometry" />
        </mxCell>
        <mxCell id="AWcwqWDgbyF7cdcC-2nv-3" parent="AWcwqWDgbyF7cdcC-2nv-2" style="shape=tableRow;horizontal=0;startSize=0;swimlaneHead=0;swimlaneBody=0;fillColor=none;collapsible=0;dropTarget=0;points=[[0,0.5],[1,0.5]];portConstraint=eastwest;top=0;left=0;right=0;bottom=1;" value="" vertex="1">
          <mxGeometry height="30" width="180" y="30" as="geometry" />
        </mxCell>
        <mxCell id="AWcwqWDgbyF7cdcC-2nv-4" parent="AWcwqWDgbyF7cdcC-2nv-3" style="shape=partialRectangle;connectable=0;fillColor=none;top=0;left=0;bottom=0;right=0;fontStyle=1;overflow=hidden;whiteSpace=wrap;html=1;" value="PK" vertex="1">
          <mxGeometry height="30" width="30" as="geometry">
            <mxRectangle height="30" width="30" as="alternateBounds" />
          </mxGeometry>
        </mxCell>
        <mxCell id="AWcwqWDgbyF7cdcC-2nv-5" parent="AWcwqWDgbyF7cdcC-2nv-3" style="shape=partialRectangle;connectable=0;fillColor=none;top=0;left=0;bottom=0;right=0;align=left;spacingLeft=6;fontStyle=5;overflow=hidden;whiteSpace=wrap;html=1;" value="id_suscripcion" vertex="1">
          <mxGeometry height="30" width="150" x="30" as="geometry">
            <mxRectangle height="30" width="150" as="alternateBounds" />
          </mxGeometry>
        </mxCell>
        <mxCell id="AWcwqWDgbyF7cdcC-2nv-6" parent="AWcwqWDgbyF7cdcC-2nv-2" style="shape=tableRow;horizontal=0;startSize=0;swimlaneHead=0;swimlaneBody=0;fillColor=none;collapsible=0;dropTarget=0;points=[[0,0.5],[1,0.5]];portConstraint=eastwest;top=0;left=0;right=0;bottom=0;" value="" vertex="1">
          <mxGeometry height="30" width="180" y="60" as="geometry" />
        </mxCell>
        <mxCell id="AWcwqWDgbyF7cdcC-2nv-7" parent="AWcwqWDgbyF7cdcC-2nv-6" style="shape=partialRectangle;connectable=0;fillColor=none;top=0;left=0;bottom=0;right=0;editable=1;overflow=hidden;whiteSpace=wrap;html=1;" value="FK" vertex="1">
          <mxGeometry height="30" width="30" as="geometry">
            <mxRectangle height="30" width="30" as="alternateBounds" />
          </mxGeometry>
        </mxCell>
        <mxCell id="AWcwqWDgbyF7cdcC-2nv-8" parent="AWcwqWDgbyF7cdcC-2nv-6" style="shape=partialRectangle;connectable=0;fillColor=none;top=0;left=0;bottom=0;right=0;align=left;spacingLeft=6;overflow=hidden;whiteSpace=wrap;html=1;" value="id_fecha_inscripcion" vertex="1">
          <mxGeometry height="30" width="150" x="30" as="geometry">
            <mxRectangle height="30" width="150" as="alternateBounds" />
          </mxGeometry>
        </mxCell>
        <mxCell id="AWcwqWDgbyF7cdcC-2nv-25" parent="AWcwqWDgbyF7cdcC-2nv-2" style="shape=tableRow;horizontal=0;startSize=0;swimlaneHead=0;swimlaneBody=0;fillColor=none;collapsible=0;dropTarget=0;points=[[0,0.5],[1,0.5]];portConstraint=eastwest;top=0;left=0;right=0;bottom=0;" value="" vertex="1">
          <mxGeometry height="30" width="180" y="90" as="geometry" />
        </mxCell>
        <mxCell id="AWcwqWDgbyF7cdcC-2nv-26" parent="AWcwqWDgbyF7cdcC-2nv-25" style="shape=partialRectangle;connectable=0;fillColor=none;top=0;left=0;bottom=0;right=0;editable=1;overflow=hidden;whiteSpace=wrap;html=1;" value="" vertex="1">
          <mxGeometry height="30" width="30" as="geometry">
            <mxRectangle height="30" width="30" as="alternateBounds" />
          </mxGeometry>
        </mxCell>
        <mxCell id="AWcwqWDgbyF7cdcC-2nv-27" parent="AWcwqWDgbyF7cdcC-2nv-25" style="shape=partialRectangle;connectable=0;fillColor=none;top=0;left=0;bottom=0;right=0;align=left;spacingLeft=6;overflow=hidden;whiteSpace=wrap;html=1;" value="cod_sist_origen" vertex="1">
          <mxGeometry height="30" width="150" x="30" as="geometry">
            <mxRectangle height="30" width="150" as="alternateBounds" />
          </mxGeometry>
        </mxCell>
        <mxCell id="AWcwqWDgbyF7cdcC-2nv-9" parent="AWcwqWDgbyF7cdcC-2nv-2" style="shape=tableRow;horizontal=0;startSize=0;swimlaneHead=0;swimlaneBody=0;fillColor=none;collapsible=0;dropTarget=0;points=[[0,0.5],[1,0.5]];portConstraint=eastwest;top=0;left=0;right=0;bottom=0;" value="" vertex="1">
          <mxGeometry height="30" width="180" y="120" as="geometry" />
        </mxCell>
        <mxCell id="AWcwqWDgbyF7cdcC-2nv-10" parent="AWcwqWDgbyF7cdcC-2nv-9" style="shape=partialRectangle;connectable=0;fillColor=none;top=0;left=0;bottom=0;right=0;editable=1;overflow=hidden;whiteSpace=wrap;html=1;" value="" vertex="1">
          <mxGeometry height="30" width="30" as="geometry">
            <mxRectangle height="30" width="30" as="alternateBounds" />
          </mxGeometry>
        </mxCell>
        <mxCell id="AWcwqWDgbyF7cdcC-2nv-11" parent="AWcwqWDgbyF7cdcC-2nv-9" style="shape=partialRectangle;connectable=0;fillColor=none;top=0;left=0;bottom=0;right=0;align=left;spacingLeft=6;overflow=hidden;whiteSpace=wrap;html=1;" value="monto_dolar" vertex="1">
          <mxGeometry height="30" width="150" x="30" as="geometry">
            <mxRectangle height="30" width="150" as="alternateBounds" />
          </mxGeometry>
        </mxCell>
        <mxCell id="AWcwqWDgbyF7cdcC-2nv-15" parent="AWcwqWDgbyF7cdcC-2nv-2" style="shape=tableRow;horizontal=0;startSize=0;swimlaneHead=0;swimlaneBody=0;fillColor=none;collapsible=0;dropTarget=0;points=[[0,0.5],[1,0.5]];portConstraint=eastwest;top=0;left=0;right=0;bottom=0;" value="" vertex="1">
          <mxGeometry height="30" width="180" y="150" as="geometry" />
        </mxCell>
        <mxCell id="AWcwqWDgbyF7cdcC-2nv-16" parent="AWcwqWDgbyF7cdcC-2nv-15" style="shape=partialRectangle;connectable=0;fillColor=none;top=0;left=0;bottom=0;right=0;editable=1;overflow=hidden;whiteSpace=wrap;html=1;" value="" vertex="1">
          <mxGeometry height="30" width="30" as="geometry">
            <mxRectangle height="30" width="30" as="alternateBounds" />
          </mxGeometry>
        </mxCell>
-         <mxCell id="AWcwqWDgbyF7cdcC-2nv-17" parent="AWcwqWDgbyF7cdcC-2nv-15" style="shape=partialRectangle;connectable=0;fillColor=none;top=0;left=0;bottom=0;right=0;align=left;spacingLeft=6;overflow=hidden;whiteSpace=wrap;html=1;" value="nombre" vertex="1">
+         <mxCell id="AWcwqWDgbyF7cdcC-2nv-17" parent="AWcwqWDgbyF7cdcC-2nv-15" style="shape=partialRectangle;connectable=0;fillColor=none;top=0;left=0;bottom=0;right=0;align=left;spacingLeft=6;overflow=hidden;whiteSpace=wrap;html=1;" value="tipo_suscripcion" vertex="1">
          <mxGeometry height="30" width="150" x="30" as="geometry">
            <mxRectangle height="30" width="150" as="alternateBounds" />
          </mxGeometry>
        </mxCell>
        <mxCell id="AWcwqWDgbyF7cdcC-2nv-21" edge="1" parent="1" source="-aOfcUVNLtPOQzGA6vKT-22" style="edgeStyle=orthogonalEdgeStyle;rounded=0;orthogonalLoop=1;jettySize=auto;html=1;exitX=1;exitY=0.5;exitDx=0;exitDy=0;entryX=0;entryY=0.5;entryDx=0;entryDy=0;" target="AWcwqWDgbyF7cdcC-2nv-3">
          <mxGeometry relative="1" as="geometry" />
        </mxCell>
        <mxCell id="AWcwqWDgbyF7cdcC-2nv-28" edge="1" parent="1" source="AWcwqWDgbyF7cdcC-2nv-6" style="edgeStyle=orthogonalEdgeStyle;rounded=0;orthogonalLoop=1;jettySize=auto;html=1;exitX=1;exitY=0.5;exitDx=0;exitDy=0;entryX=0;entryY=0.5;entryDx=0;entryDy=0;" target="_npB_olXc3t6ZuDcXEgX-15">
          <mxGeometry relative="1" as="geometry">
            <Array as="points">
              <mxPoint x="1150" y="-65" />
              <mxPoint x="1150" y="-340" />
              <mxPoint x="20" y="-340" />
              <mxPoint x="20" y="-235" />
            </Array>
          </mxGeometry>
        </mxCell>
      </root>
    </mxGraphModel>
  </diagram>
</mxfile>
